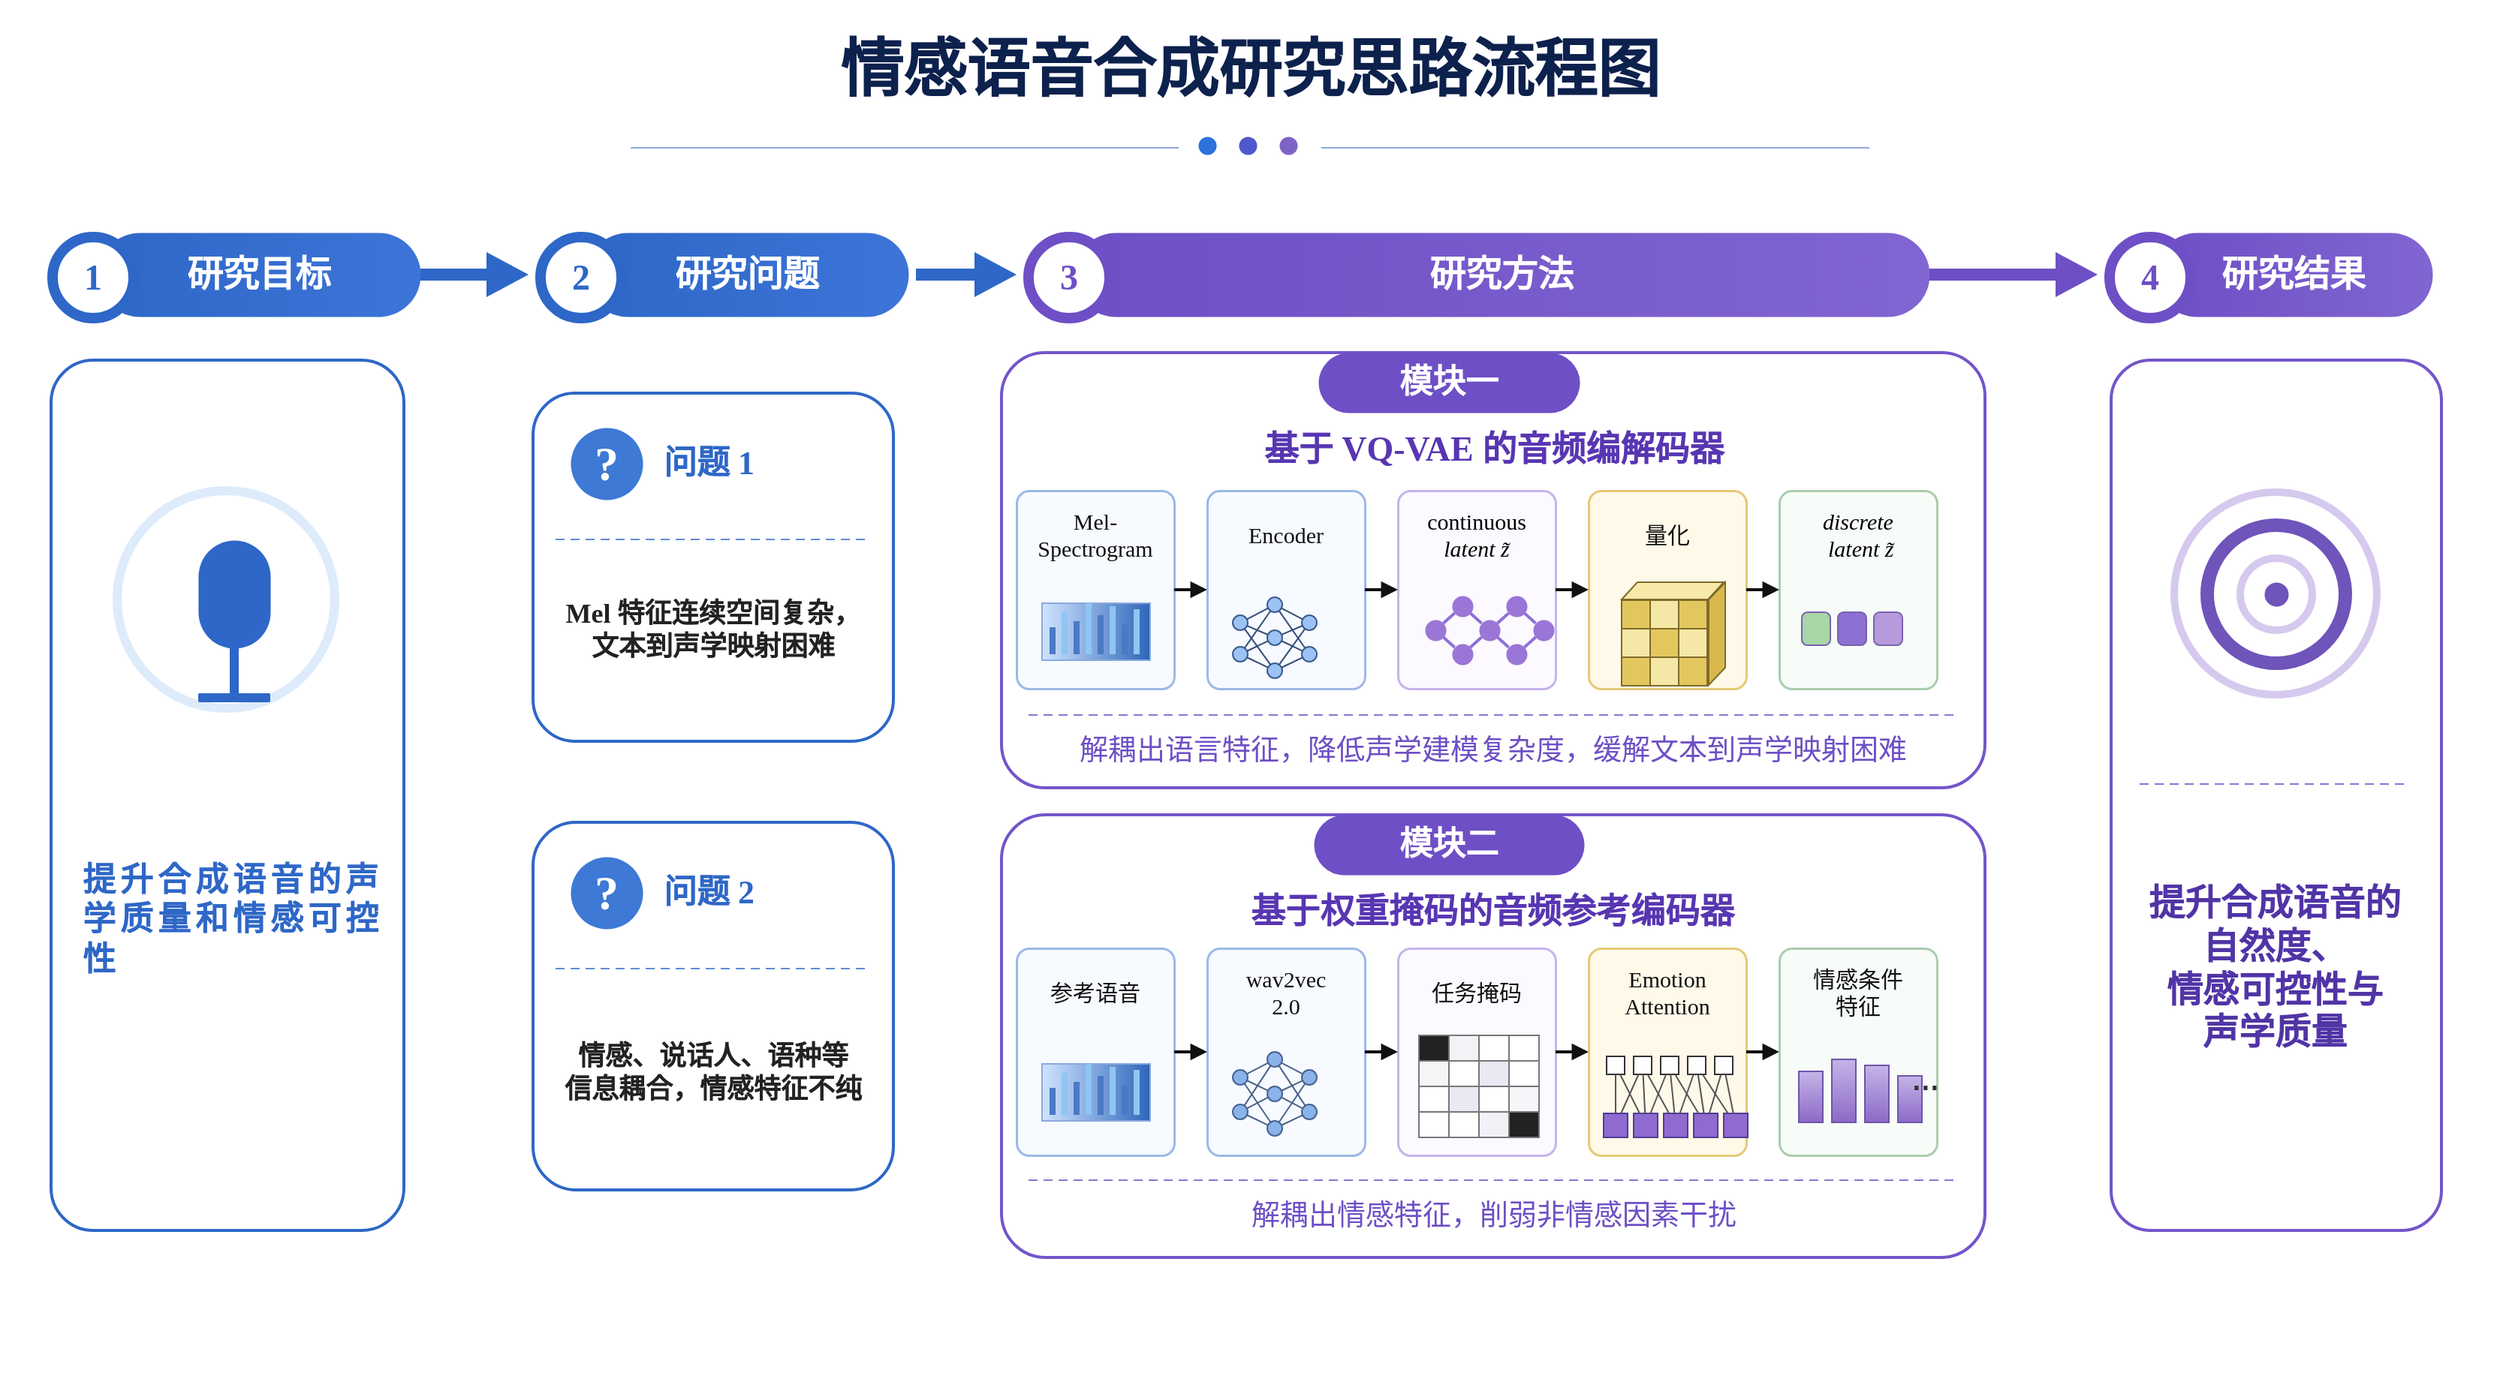
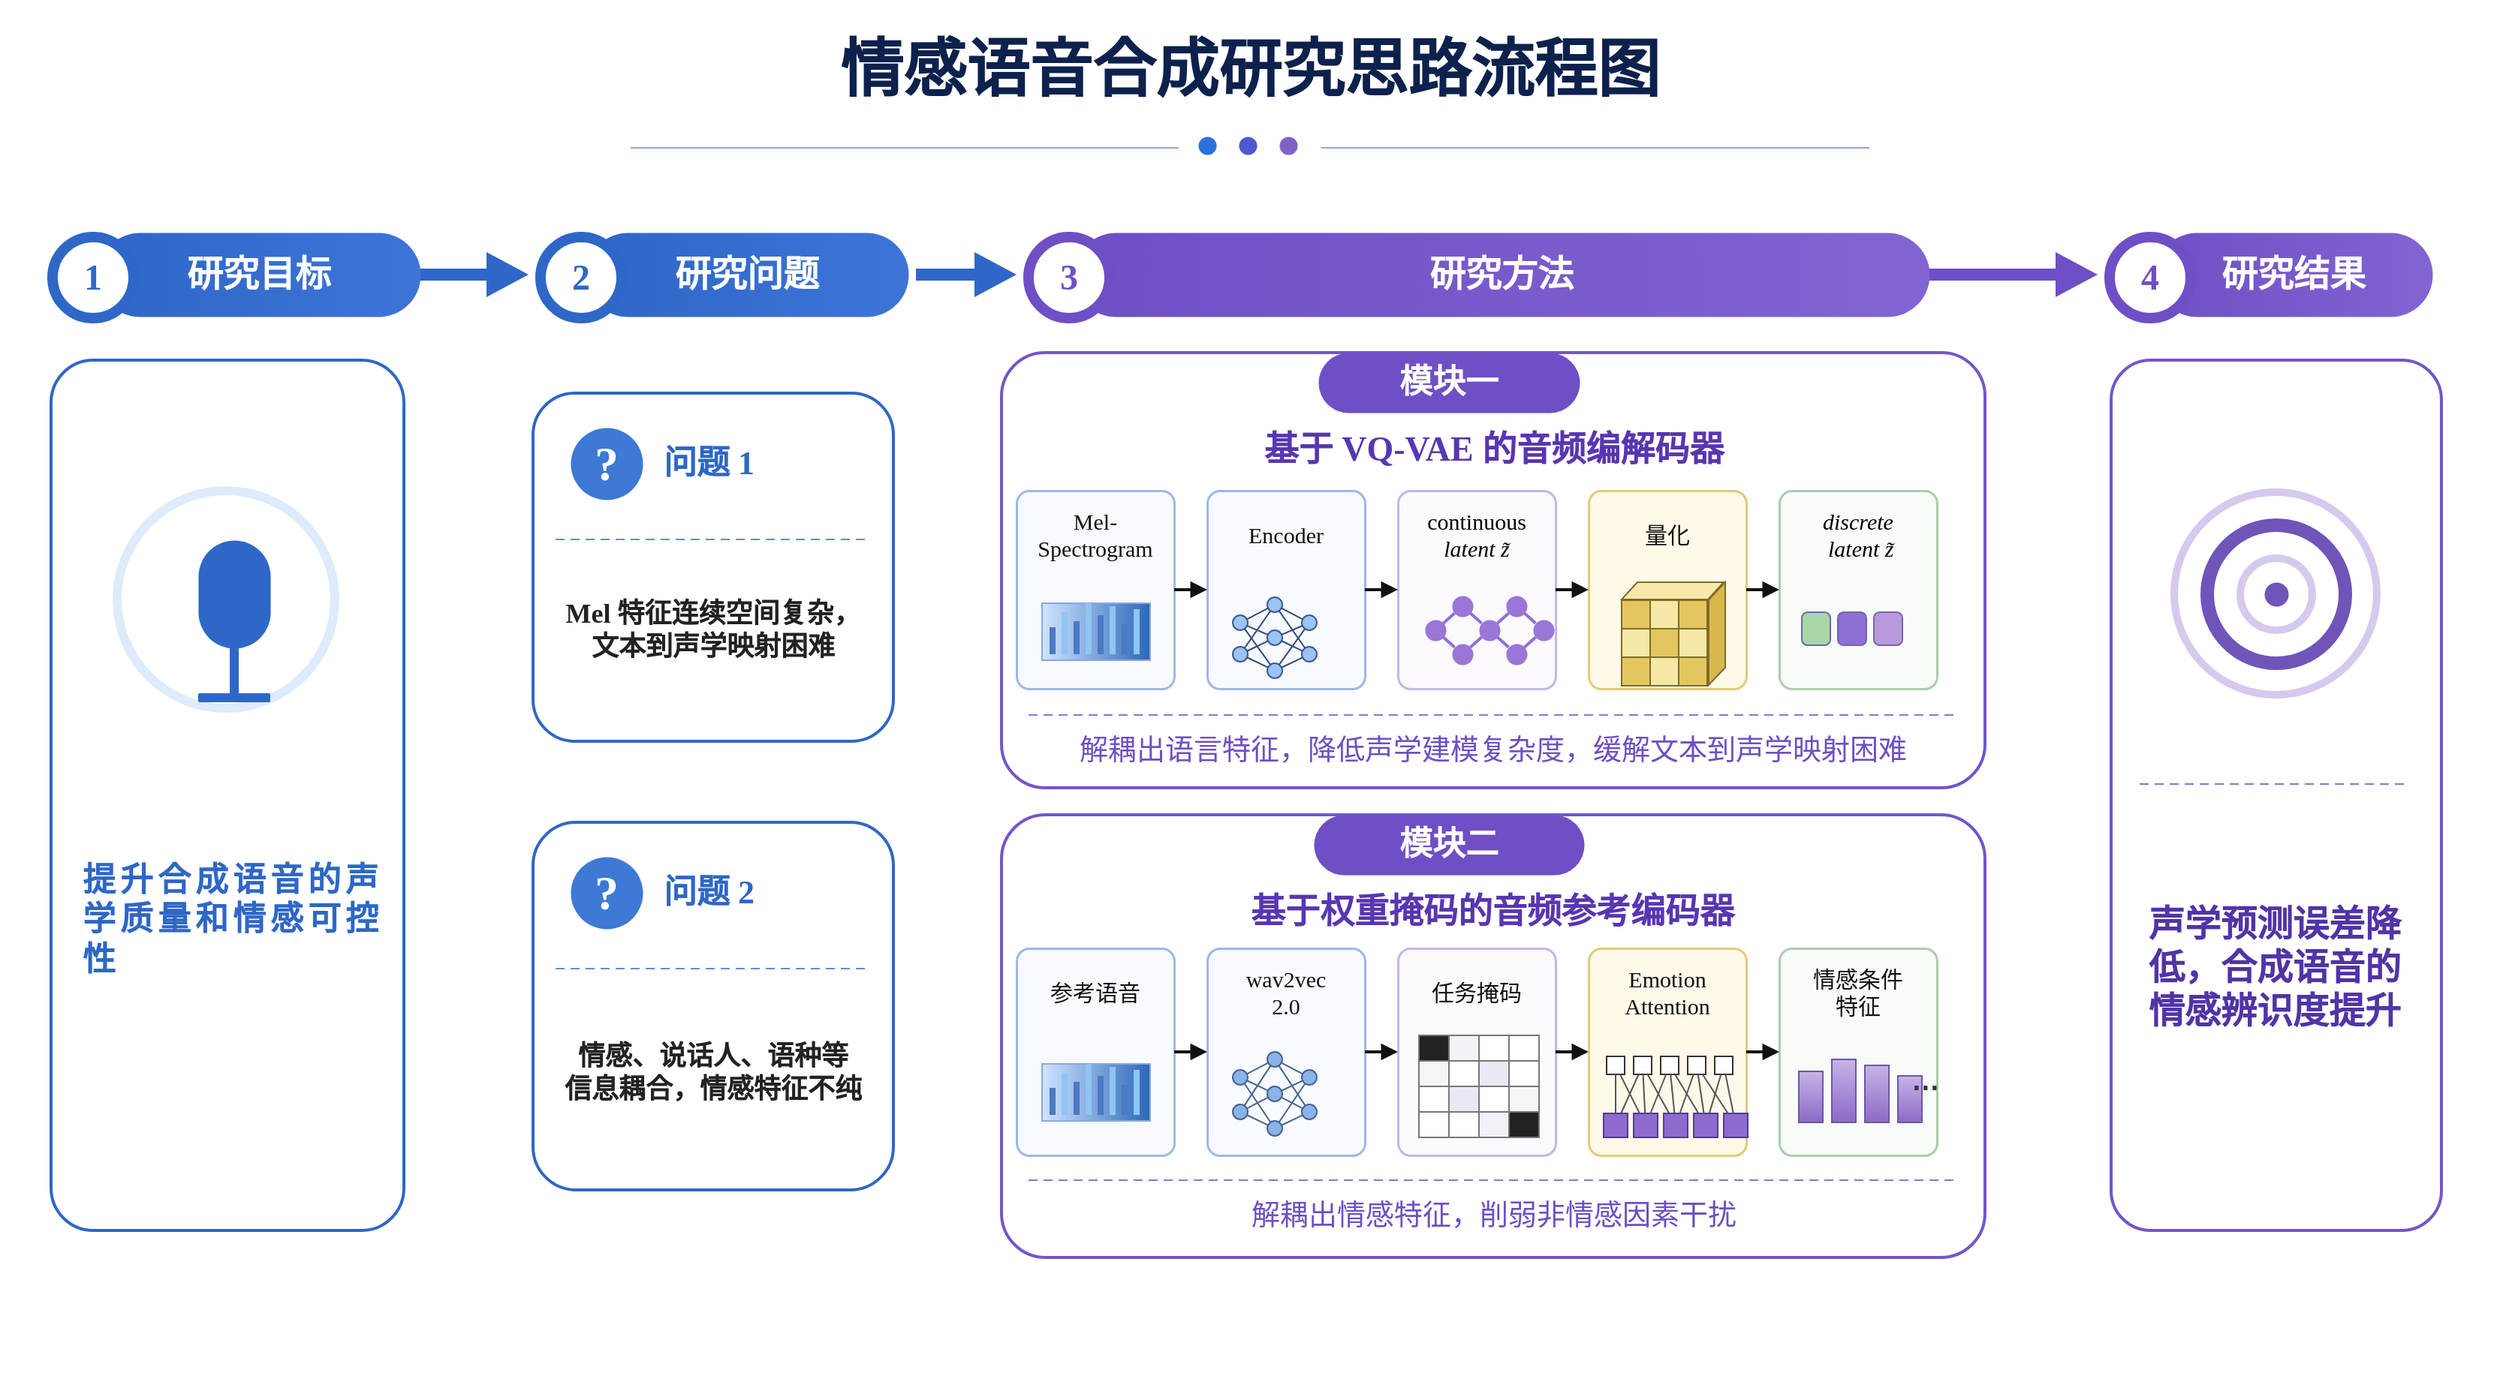
<mxfile host="app.diagrams.net">
  <diagram name="第 1 页" id="fVVEHDjkvuh4-jfM98xs">
    <mxGraphModel dx="1717" dy="1070" grid="1" gridSize="1" guides="1" tooltips="1" connect="1" arrows="1" fold="1" page="1" pageScale="1" pageWidth="1664" pageHeight="928" math="1" shadow="0">
      <root>
        <mxCell id="0" />
        <mxCell id="1" parent="0" />
        <mxCell id="v2" parent="1" style="shape=rect;fillColor=#FFFFFF;strokeColor=none;fontFamily=Comic Sans MS;" value="" vertex="1">
          <mxGeometry height="928" width="1664" as="geometry" />
        </mxCell>
        <mxCell id="v3" parent="1" style="text;html=1;whiteSpace=wrap;align=center;verticalAlign=middle;fontFamily=Comic Sans MS;fontSize=42;fontColor=#0D214D;fontStyle=1;spacing=0;" value="情感语音合成研究思路流程图" vertex="1">
          <mxGeometry height="58" width="885" x="390" y="18" as="geometry" />
        </mxCell>
        <mxCell id="v4" parent="1" style="shape=line;strokeColor=#90A8DA;strokeWidth=1;fontFamily=Comic Sans MS;" value="" vertex="1">
          <mxGeometry height="1" width="365" x="420" y="98" as="geometry" />
        </mxCell>
        <mxCell id="v5" parent="1" style="shape=line;strokeColor=#90A8DA;strokeWidth=1;fontFamily=Comic Sans MS;" value="" vertex="1">
          <mxGeometry height="1" width="365" x="880" y="98" as="geometry" />
        </mxCell>
        <mxCell id="v6" parent="1" style="ellipse;whiteSpace=wrap;html=1;fillColor=#2D71DD;strokeColor=#2D71DD;strokeWidth=0;fontFamily=Comic Sans MS;" value="" vertex="1">
          <mxGeometry height="12" width="12" x="798" y="91" as="geometry" />
        </mxCell>
        <mxCell id="v7" parent="1" style="ellipse;whiteSpace=wrap;html=1;fillColor=#4F58CD;strokeColor=#4F58CD;strokeWidth=0;fontFamily=Comic Sans MS;" value="" vertex="1">
          <mxGeometry height="12" width="12" x="825" y="91" as="geometry" />
        </mxCell>
        <mxCell id="v8" parent="1" style="ellipse;whiteSpace=wrap;html=1;fillColor=#7E63C7;strokeColor=#7E63C7;strokeWidth=0;fontFamily=Comic Sans MS;" value="" vertex="1">
          <mxGeometry height="12" width="12" x="852" y="91" as="geometry" />
        </mxCell>
        <mxCell id="v9" parent="1" style="rounded=1;arcSize=50;whiteSpace=wrap;html=1;fillColor=#2E67C7;strokeColor=none;strokeWidth=0;fontFamily=Comic Sans MS;gradientColor=#3D74D8;gradientDirection=east;fontSize=24;fontColor=#FFFFFF;fontStyle=1;align=center;verticalAlign=middle;" value="研究目标" vertex="1">
          <mxGeometry height="56" width="215" x="65" y="155" as="geometry" />
        </mxCell>
        <mxCell id="v10" parent="1" style="ellipse;whiteSpace=wrap;html=1;fillColor=#FFFFFF;strokeColor=#2E67C7;strokeWidth=7;fontFamily=Comic Sans MS;fontSize=24;fontColor=#2E67C7;fontStyle=1;align=center;verticalAlign=middle;" value="1" vertex="1">
          <mxGeometry height="54" width="54" x="35" y="158" as="geometry" />
        </mxCell>
        <mxCell id="v11" parent="1" style="rounded=1;arcSize=50;whiteSpace=wrap;html=1;fillColor=#2E67C7;strokeColor=none;strokeWidth=0;fontFamily=Comic Sans MS;gradientColor=#3D74D8;gradientDirection=east;fontSize=24;fontColor=#FFFFFF;fontStyle=1;align=center;verticalAlign=middle;" value="研究问题" vertex="1">
          <mxGeometry height="56" width="215" x="390" y="155" as="geometry" />
        </mxCell>
        <mxCell id="v12" parent="1" style="ellipse;whiteSpace=wrap;html=1;fillColor=#FFFFFF;strokeColor=#2E67C7;strokeWidth=7;fontFamily=Comic Sans MS;fontSize=24;fontColor=#2E67C7;fontStyle=1;align=center;verticalAlign=middle;" value="2" vertex="1">
          <mxGeometry height="54" width="54" x="360" y="158" as="geometry" />
        </mxCell>
        <mxCell id="v13" parent="1" style="rounded=1;arcSize=50;whiteSpace=wrap;html=1;fillColor=#6E4FC5;strokeColor=none;strokeWidth=0;fontFamily=Comic Sans MS;gradientColor=#8165D2;gradientDirection=east;fontSize=24;fontColor=#FFFFFF;fontStyle=1;align=center;verticalAlign=middle;" value="研究方法" vertex="1">
          <mxGeometry height="56" width="570" x="715" y="155" as="geometry" />
        </mxCell>
        <mxCell id="v14" parent="1" style="ellipse;whiteSpace=wrap;html=1;fillColor=#FFFFFF;strokeColor=#6E4FC5;strokeWidth=7;fontFamily=Comic Sans MS;fontSize=24;fontColor=#6E4FC5;fontStyle=1;align=center;verticalAlign=middle;" value="3" vertex="1">
          <mxGeometry height="54" width="54" x="685" y="158" as="geometry" />
        </mxCell>
        <mxCell id="v15" parent="1" style="rounded=1;arcSize=50;whiteSpace=wrap;html=1;fillColor=#6E4FC5;strokeColor=none;strokeWidth=0;fontFamily=Comic Sans MS;gradientColor=#8165D2;gradientDirection=east;fontSize=24;fontColor=#FFFFFF;fontStyle=1;align=center;verticalAlign=middle;" value="研究结果" vertex="1">
          <mxGeometry height="56" width="185" x="1435" y="155" as="geometry" />
        </mxCell>
        <mxCell id="v16" parent="1" style="ellipse;whiteSpace=wrap;html=1;fillColor=#FFFFFF;strokeColor=#6E4FC5;strokeWidth=7;fontFamily=Comic Sans MS;fontSize=24;fontColor=#6E4FC5;fontStyle=1;align=center;verticalAlign=middle;" value="4" vertex="1">
          <mxGeometry height="54" width="54" x="1405" y="158" as="geometry" />
        </mxCell>
        <mxCell id="v17" parent="1" style="shape=rect;fillColor=#2E67C7;strokeColor=none;fontFamily=Comic Sans MS;" value="" vertex="1">
          <mxGeometry height="8" width="52" x="280" y="179" as="geometry" />
        </mxCell>
        <mxCell id="v18" parent="1" style="shape=triangle;direction=east;fillColor=#2E67C7;strokeColor=none;fontFamily=Comic Sans MS;" value="" vertex="1">
          <mxGeometry height="30" width="28" x="324" y="168" as="geometry" />
        </mxCell>
        <mxCell id="v19" parent="1" style="shape=rect;fillColor=#2E67C7;strokeColor=none;fontFamily=Comic Sans MS;" value="" vertex="1">
          <mxGeometry height="8" width="47" x="610" y="179" as="geometry" />
        </mxCell>
        <mxCell id="v20" parent="1" style="shape=triangle;direction=east;fillColor=#2E67C7;strokeColor=none;fontFamily=Comic Sans MS;" value="" vertex="1">
          <mxGeometry height="30" width="28" x="649" y="168" as="geometry" />
        </mxCell>
        <mxCell id="v21" parent="1" style="shape=rect;fillColor=#6E4FC5;strokeColor=none;fontFamily=Comic Sans MS;" value="" vertex="1">
          <mxGeometry height="8" width="92" x="1285" y="179" as="geometry" />
        </mxCell>
        <mxCell id="v22" parent="1" style="shape=triangle;direction=east;fillColor=#6E4FC5;strokeColor=none;fontFamily=Comic Sans MS;" value="" vertex="1">
          <mxGeometry height="30" width="28" x="1369" y="168" as="geometry" />
        </mxCell>
        <mxCell id="v23" parent="1" style="rounded=1;arcSize=12;whiteSpace=wrap;html=1;fillColor=#FFFFFF;strokeColor=#2E67C7;strokeWidth=2;fontFamily=Comic Sans MS;" value="" vertex="1">
          <mxGeometry height="580" width="235" x="34" y="240" as="geometry" />
        </mxCell>
        <mxCell id="v24" parent="1" style="rounded=1;arcSize=12;whiteSpace=wrap;html=1;fillColor=#FFFFFF;strokeColor=#2E67C7;strokeWidth=2;fontFamily=Comic Sans MS;" value="" vertex="1">
          <mxGeometry height="232" width="240" x="355" y="262" as="geometry" />
        </mxCell>
        <mxCell id="v25" parent="1" style="rounded=1;arcSize=12;whiteSpace=wrap;html=1;fillColor=#FFFFFF;strokeColor=#2E67C7;strokeWidth=2;fontFamily=Comic Sans MS;" value="" vertex="1">
          <mxGeometry height="245" width="240" x="355" y="548" as="geometry" />
        </mxCell>
        <mxCell id="v26" parent="1" style="rounded=1;arcSize=10;whiteSpace=wrap;html=1;fillColor=#FFFFFF;strokeColor=#7355CA;strokeWidth=2;fontFamily=Comic Sans MS;" value="" vertex="1">
          <mxGeometry height="290" width="655" x="667" y="235" as="geometry" />
        </mxCell>
        <mxCell id="v27" parent="1" style="rounded=1;arcSize=10;whiteSpace=wrap;html=1;fillColor=#FFFFFF;strokeColor=#7355CA;strokeWidth=2;fontFamily=Comic Sans MS;" value="" vertex="1">
          <mxGeometry height="295" width="655" x="667" y="543" as="geometry" />
        </mxCell>
        <mxCell id="v28" parent="1" style="rounded=1;arcSize=12;whiteSpace=wrap;html=1;fillColor=#FFFFFF;strokeColor=#7355CA;strokeWidth=2;fontFamily=Comic Sans MS;" value="" vertex="1">
          <mxGeometry height="580" width="220" x="1406" y="240" as="geometry" />
        </mxCell>
        <mxCell id="v29" parent="1" style="ellipse;whiteSpace=wrap;html=1;fillColor=#FFFFFF;strokeColor=#DDEBFA;strokeWidth=6;fontFamily=Comic Sans MS;" value="" vertex="1">
          <mxGeometry height="145" width="145" x="78" y="327" as="geometry" />
        </mxCell>
        <mxCell id="v30" parent="1" style="rounded=1;arcSize=50;whiteSpace=wrap;html=1;fillColor=#2E67C7;strokeColor=#2E67C7;strokeWidth=0;fontFamily=Comic Sans MS;" value="" vertex="1">
          <mxGeometry height="72" width="48" x="132" y="360" as="geometry" />
        </mxCell>
        <mxCell id="v31" parent="1" style="shape=mxgraph.basic.arc;startAngle=180;endAngle=360;fillColor=none;strokeColor=#2E67C7;strokeWidth=5;fontFamily=Comic Sans MS;" value="" vertex="1">
          <mxGeometry height="58" width="70" x="121" y="388" as="geometry" />
        </mxCell>
        <mxCell id="v32" parent="1" style="shape=rect;fillColor=#2E67C7;strokeColor=none;fontFamily=Comic Sans MS;" value="" vertex="1">
          <mxGeometry height="34" width="6" x="153" y="431" as="geometry" />
        </mxCell>
        <mxCell id="v33" parent="1" style="shape=rect;fillColor=#2E67C7;strokeColor=none;rounded=1;fontFamily=Comic Sans MS;" value="" vertex="1">
          <mxGeometry height="6" width="48" x="132" y="462" as="geometry" />
        </mxCell>
        <mxCell id="v34" parent="1" style="shape=mxgraph.basic.arc;startAngle=90;endAngle=270;direction=west;fillColor=none;strokeColor=#2E67C7;strokeWidth=4;fontFamily=Comic Sans MS;" value="" vertex="1">
          <mxGeometry height="38" width="18" x="90" y="380" as="geometry" />
        </mxCell>
        <mxCell id="v35" parent="1" style="shape=mxgraph.basic.arc;startAngle=90;endAngle=270;direction=west;fillColor=none;strokeColor=#2E67C7;strokeWidth=4;fontFamily=Comic Sans MS;" value="" vertex="1">
          <mxGeometry height="54" width="28" x="82" y="372" as="geometry" />
        </mxCell>
        <mxCell id="v36" parent="1" style="shape=mxgraph.basic.arc;startAngle=90;endAngle=270;direction=east;fillColor=none;strokeColor=#2E67C7;strokeWidth=4;fontFamily=Comic Sans MS;" value="" vertex="1">
          <mxGeometry height="38" width="18" x="193" y="380" as="geometry" />
        </mxCell>
        <mxCell id="v37" parent="1" style="shape=mxgraph.basic.arc;startAngle=90;endAngle=270;direction=east;fillColor=none;strokeColor=#2E67C7;strokeWidth=4;fontFamily=Comic Sans MS;" value="" vertex="1">
          <mxGeometry height="54" width="28" x="192" y="372" as="geometry" />
        </mxCell>
        <mxCell id="v38" parent="1" style="text;html=1;whiteSpace=wrap;align=left;verticalAlign=middle;fontFamily=Comic Sans MS;fontSize=22;fontColor=#111111;fontStyle=0;spacing=0;" value="&lt;div style=&quot;text-align: justify;&quot;&gt;&lt;b style=&quot;background-color: transparent; color: light-dark(rgb(46, 103, 199), rgb(237, 237, 237));&quot;&gt;提升合成语音的声学质量和情感可控性&lt;/b&gt;&lt;/div&gt;" vertex="1">
          <mxGeometry height="225" width="195" x="55" y="500" as="geometry" />
        </mxCell>
        <mxCell id="v39" parent="1" style="ellipse;whiteSpace=wrap;html=1;fillColor=#3D79D5;strokeColor=#3D79D5;strokeWidth=0;fontFamily=Comic Sans MS;fontSize=32;fontColor=#FFFFFF;fontStyle=1;align=center;verticalAlign=middle;" value="?" vertex="1">
          <mxGeometry height="48" width="48" x="380" y="285" as="geometry" />
        </mxCell>
        <mxCell id="v40" parent="1" style="text;html=1;whiteSpace=wrap;align=left;verticalAlign=middle;fontFamily=Comic Sans MS;fontSize=22;fontColor=#2E67C7;fontStyle=1;spacing=0;" value="问题 1" vertex="1">
          <mxGeometry height="44" width="120" x="442" y="287" as="geometry" />
        </mxCell>
        <mxCell id="v41" parent="1" style="shape=line;strokeColor=#5F8DD6;strokeWidth=1;dashed=1;dashPattern=6 4;fontFamily=Comic Sans MS;" value="" vertex="1">
          <mxGeometry height="1" width="210" x="370" y="359" as="geometry" />
        </mxCell>
        <mxCell id="v42" parent="1" style="ellipse;whiteSpace=wrap;html=1;fillColor=#3D79D5;strokeColor=#3D79D5;strokeWidth=0;fontFamily=Comic Sans MS;fontSize=32;fontColor=#FFFFFF;fontStyle=1;align=center;verticalAlign=middle;" value="?" vertex="1">
          <mxGeometry height="48" width="48" x="380" y="571" as="geometry" />
        </mxCell>
        <mxCell id="v43" parent="1" style="text;html=1;whiteSpace=wrap;align=left;verticalAlign=middle;fontFamily=Comic Sans MS;fontSize=22;fontColor=#2E67C7;fontStyle=1;spacing=0;" value="问题 2" vertex="1">
          <mxGeometry height="44" width="120" x="442" y="573" as="geometry" />
        </mxCell>
        <mxCell id="v44" parent="1" style="shape=line;strokeColor=#5F8DD6;strokeWidth=1;dashed=1;dashPattern=6 4;fontFamily=Comic Sans MS;" value="" vertex="1">
          <mxGeometry height="1" width="210" x="370" y="645" as="geometry" />
        </mxCell>
        <mxCell id="v45" parent="1" style="text;html=1;whiteSpace=wrap;align=center;verticalAlign=middle;fontFamily=Comic Sans MS;fontSize=18;fontColor=#222222;fontStyle=0;spacing=0;" value="&lt;b&gt;Mel 特征连续空间复杂，&lt;br&gt;文本到声学映射困难&lt;/b&gt;" vertex="1">
          <mxGeometry height="110" width="210" x="370" y="365" as="geometry" />
        </mxCell>
        <mxCell id="v46" parent="1" style="text;html=1;whiteSpace=wrap;align=center;verticalAlign=middle;fontFamily=Comic Sans MS;fontSize=18;fontColor=#222222;fontStyle=0;spacing=0;" value="&lt;b&gt;情感、说话人、语种等&lt;br&gt;信息耦合，情感特征不纯&lt;/b&gt;" vertex="1">
          <mxGeometry height="115" width="210" x="370" y="657" as="geometry" />
        </mxCell>
        <mxCell id="e47" edge="1" parent="1" style="edgeStyle=orthogonalEdgeStyle;rounded=0;html=1;strokeColor=#3B72CA;strokeWidth=3;dashed=1;dashPattern=6 4;endArrow=block;endFill=1;" value="">
          <mxGeometry relative="1" as="geometry">
            <Array as="points">
              <mxPoint x="278" y="510" />
              <mxPoint x="310" y="510" />
              <mxPoint x="310" y="378" />
              <mxPoint x="350" y="378" />
            </Array>
          </mxGeometry>
        </mxCell>
        <mxCell id="e48" edge="1" parent="1" style="edgeStyle=orthogonalEdgeStyle;rounded=0;html=1;strokeColor=#3B72CA;strokeWidth=3;dashed=1;dashPattern=6 4;endArrow=block;endFill=1;" value="">
          <mxGeometry relative="1" as="geometry">
            <Array as="points">
              <mxPoint x="278" y="510" />
              <mxPoint x="310" y="510" />
              <mxPoint x="310" y="670" />
              <mxPoint x="350" y="670" />
            </Array>
          </mxGeometry>
        </mxCell>
        <mxCell id="e49" edge="1" parent="1" style="edgeStyle=orthogonalEdgeStyle;rounded=0;html=1;strokeColor=#6E4FC5;strokeWidth=3;dashed=1;dashPattern=6 4;endArrow=block;endFill=1;" value="">
          <mxGeometry relative="1" as="geometry">
            <Array as="points">
              <mxPoint x="595" y="378" />
              <mxPoint x="625" y="378" />
              <mxPoint x="625" y="356" />
              <mxPoint x="665" y="356" />
            </Array>
          </mxGeometry>
        </mxCell>
        <mxCell id="e50" edge="1" parent="1" style="edgeStyle=orthogonalEdgeStyle;rounded=0;html=1;strokeColor=#6E4FC5;strokeWidth=3;dashed=1;dashPattern=6 4;endArrow=block;endFill=1;" value="">
          <mxGeometry relative="1" as="geometry">
            <Array as="points">
              <mxPoint x="595" y="670" />
              <mxPoint x="625" y="670" />
              <mxPoint x="625" y="695" />
              <mxPoint x="665" y="695" />
            </Array>
          </mxGeometry>
        </mxCell>
        <mxCell id="v51" parent="1" style="rounded=1;arcSize=50;whiteSpace=wrap;html=1;fillColor=#6E4FC5;strokeColor=#6E4FC5;strokeWidth=0;fontFamily=Comic Sans MS;fontSize=22;fontColor=#FFFFFF;fontStyle=1;align=center;verticalAlign=middle;" value="模块一" vertex="1">
          <mxGeometry height="40" width="174" x="878" y="235" as="geometry" />
        </mxCell>
        <mxCell id="v52" parent="1" style="rounded=1;arcSize=50;whiteSpace=wrap;html=1;fillColor=#6E4FC5;strokeColor=#6E4FC5;strokeWidth=0;fontFamily=Comic Sans MS;fontSize=22;fontColor=#FFFFFF;fontStyle=1;align=center;verticalAlign=middle;" value="模块二" vertex="1">
          <mxGeometry height="40" width="180" x="875" y="543" as="geometry" />
        </mxCell>
        <mxCell id="v53" parent="1" style="text;html=1;whiteSpace=wrap;align=center;verticalAlign=middle;fontFamily=Comic Sans MS;fontSize=23;fontColor=#5836B2;fontStyle=1;spacing=0;" value="基于 VQ-VAE 的音频编解码器" vertex="1">
          <mxGeometry height="38" width="520" x="735" y="280" as="geometry" />
        </mxCell>
        <mxCell id="v54" parent="1" style="text;html=1;whiteSpace=wrap;align=center;verticalAlign=middle;fontFamily=Comic Sans MS;fontSize=23;fontColor=#5836B2;fontStyle=1;spacing=0;" value="基于权重掩码的音频参考编码器" vertex="1">
          <mxGeometry height="38" width="580" x="704" y="588" as="geometry" />
        </mxCell>
        <mxCell id="v55" parent="1" style="rounded=1;arcSize=8;whiteSpace=wrap;html=1;fillColor=#F7FAFF;strokeColor=#9DB8E7;strokeWidth=1.5;fontFamily=Comic Sans MS;" value="" vertex="1">
          <mxGeometry height="132" width="105" x="677" y="327" as="geometry" />
        </mxCell>
        <mxCell id="v56" parent="1" style="text;html=1;whiteSpace=wrap;align=center;verticalAlign=middle;fontFamily=Comic Sans MS;fontSize=15;fontColor=#111111;fontStyle=0;spacing=0;" value="Mel-&lt;br&gt;Spectrogram" vertex="1">
          <mxGeometry height="42" width="95" x="682" y="335" as="geometry" />
        </mxCell>
        <mxCell id="v57" parent="1" style="rounded=1;arcSize=8;whiteSpace=wrap;html=1;fillColor=#F7FAFF;strokeColor=#9DB8E7;strokeWidth=1.5;fontFamily=Comic Sans MS;" value="" vertex="1">
          <mxGeometry height="132" width="105" x="804" y="327" as="geometry" />
        </mxCell>
        <mxCell id="v58" parent="1" style="text;html=1;whiteSpace=wrap;align=center;verticalAlign=middle;fontFamily=Comic Sans MS;fontSize=15;fontColor=#111111;fontStyle=0;spacing=0;" value="Encoder" vertex="1">
          <mxGeometry height="42" width="95" x="809" y="335" as="geometry" />
        </mxCell>
        <mxCell id="v59" parent="1" style="rounded=1;arcSize=8;whiteSpace=wrap;html=1;fillColor=#FCF9FF;strokeColor=#C5B4EC;strokeWidth=1.5;fontFamily=Comic Sans MS;" value="" vertex="1">
          <mxGeometry height="132" width="105" x="931" y="327" as="geometry" />
        </mxCell>
        <mxCell id="v60" parent="1" style="text;html=1;whiteSpace=wrap;align=center;verticalAlign=middle;fontFamily=Comic Sans MS;fontSize=15;fontColor=#111111;fontStyle=0;spacing=0;" value="&lt;font&gt;&lt;span style=&quot;text-align: left; white-space: nowrap; color: rgb(0, 0, 0);&quot;&gt;continuous&lt;/span&gt;&lt;/font&gt;&lt;div&gt;&lt;font&gt;&lt;i style=&quot;text-align: left; white-space: nowrap; color: rgb(0, 0, 0);&quot;&gt; latent &lt;span&gt;z̃&lt;/span&gt;&lt;/i&gt;&lt;/font&gt;&lt;/div&gt;" vertex="1">
          <mxGeometry height="42" width="95" x="936" y="335" as="geometry" />
        </mxCell>
        <mxCell id="v61" parent="1" style="rounded=1;arcSize=8;whiteSpace=wrap;html=1;fillColor=#FFF9E9;strokeColor=#E5C976;strokeWidth=1.5;fontFamily=Comic Sans MS;" value="" vertex="1">
          <mxGeometry height="132" width="105" x="1058" y="327" as="geometry" />
        </mxCell>
        <mxCell id="v62" parent="1" style="text;html=1;whiteSpace=wrap;align=center;verticalAlign=middle;fontFamily=Comic Sans MS;fontSize=15;fontColor=#111111;fontStyle=0;spacing=0;" value="量化" vertex="1">
          <mxGeometry height="42" width="95" x="1063" y="335" as="geometry" />
        </mxCell>
        <mxCell id="v63" parent="1" style="rounded=1;arcSize=8;whiteSpace=wrap;html=1;fillColor=#F7FCF8;strokeColor=#AACDAE;strokeWidth=1.5;fontFamily=Comic Sans MS;" value="" vertex="1">
          <mxGeometry height="132" width="105" x="1185" y="327" as="geometry" />
        </mxCell>
        <mxCell id="v64" parent="1" style="text;html=1;whiteSpace=wrap;align=center;verticalAlign=middle;fontFamily=Comic Sans MS;fontSize=15;fontColor=#111111;fontStyle=0;spacing=0;" value="&lt;i style=&quot;text-align: left; white-space: nowrap;&quot;&gt;&lt;font style=&quot;color: rgb(0, 0, 0);&quot;&gt;discrete&lt;/font&gt;&lt;/i&gt;&lt;div&gt;&lt;i style=&quot;text-align: left; white-space: nowrap;&quot;&gt;&lt;font style=&quot;color: rgb(0, 0, 0);&quot;&gt;&amp;nbsp;latent &lt;span&gt;z̃&lt;/span&gt;&lt;/font&gt;&lt;/i&gt;&lt;/div&gt;" vertex="1">
          <mxGeometry height="42" width="95" x="1190" y="335" as="geometry" />
        </mxCell>
        <mxCell id="e65" edge="1" parent="1" source="v55" style="edgeStyle=orthogonalEdgeStyle;rounded=0;html=1;strokeColor=#111111;strokeWidth=2;endArrow=block;endFill=1;fontFamily=Comic Sans MS;" target="v57" value="">
          <mxGeometry relative="1" as="geometry" />
        </mxCell>
        <mxCell id="e66" edge="1" parent="1" source="v57" style="edgeStyle=orthogonalEdgeStyle;rounded=0;html=1;strokeColor=#111111;strokeWidth=2;endArrow=block;endFill=1;fontFamily=Comic Sans MS;" target="v59" value="">
          <mxGeometry relative="1" as="geometry" />
        </mxCell>
        <mxCell id="e67" edge="1" parent="1" source="v59" style="edgeStyle=orthogonalEdgeStyle;rounded=0;html=1;strokeColor=#111111;strokeWidth=2;endArrow=block;endFill=1;fontFamily=Comic Sans MS;" target="v61" value="">
          <mxGeometry relative="1" as="geometry" />
        </mxCell>
        <mxCell id="e68" edge="1" parent="1" source="v61" style="edgeStyle=orthogonalEdgeStyle;rounded=0;html=1;strokeColor=#111111;strokeWidth=2;endArrow=block;endFill=1;fontFamily=Comic Sans MS;" target="v63" value="">
          <mxGeometry relative="1" as="geometry" />
        </mxCell>
        <mxCell id="v78" parent="1" style="ellipse;whiteSpace=wrap;html=1;fillColor=#9DC3F4;strokeColor=#3B5C91;strokeWidth=1;fontFamily=Comic Sans MS;" value="" vertex="1">
          <mxGeometry height="10" width="10" x="821" y="410" as="geometry" />
        </mxCell>
        <mxCell id="v79" parent="1" style="ellipse;whiteSpace=wrap;html=1;fillColor=#9DC3F4;strokeColor=#3B5C91;strokeWidth=1;fontFamily=Comic Sans MS;" value="" vertex="1">
          <mxGeometry height="10" width="10" x="821" y="431" as="geometry" />
        </mxCell>
        <mxCell id="v80" parent="1" style="ellipse;whiteSpace=wrap;html=1;fillColor=#9DC3F4;strokeColor=#3B5C91;strokeWidth=1;fontFamily=Comic Sans MS;" value="" vertex="1">
          <mxGeometry height="10" width="10" x="844" y="398" as="geometry" />
        </mxCell>
        <mxCell id="v81" parent="1" style="ellipse;whiteSpace=wrap;html=1;fillColor=#9DC3F4;strokeColor=#3B5C91;strokeWidth=1;fontFamily=Comic Sans MS;" value="" vertex="1">
          <mxGeometry height="10" width="10" x="844" y="420" as="geometry" />
        </mxCell>
        <mxCell id="v82" parent="1" style="ellipse;whiteSpace=wrap;html=1;fillColor=#9DC3F4;strokeColor=#3B5C91;strokeWidth=1;fontFamily=Comic Sans MS;" value="" vertex="1">
          <mxGeometry height="10" width="10" x="844" y="442" as="geometry" />
        </mxCell>
        <mxCell id="v83" parent="1" style="ellipse;whiteSpace=wrap;html=1;fillColor=#9DC3F4;strokeColor=#3B5C91;strokeWidth=1;fontFamily=Comic Sans MS;" value="" vertex="1">
          <mxGeometry height="10" width="10" x="867" y="410" as="geometry" />
        </mxCell>
        <mxCell id="v84" parent="1" style="ellipse;whiteSpace=wrap;html=1;fillColor=#9DC3F4;strokeColor=#3B5C91;strokeWidth=1;fontFamily=Comic Sans MS;" value="" vertex="1">
          <mxGeometry height="10" width="10" x="867" y="431" as="geometry" />
        </mxCell>
        <mxCell id="e85" edge="1" parent="1" source="v78" style="edgeStyle=none;html=1;strokeColor=#344D78;strokeWidth=1;endArrow=none;fontFamily=Comic Sans MS;" target="v80" value="">
          <mxGeometry relative="1" as="geometry" />
        </mxCell>
        <mxCell id="e86" edge="1" parent="1" source="v78" style="edgeStyle=none;html=1;strokeColor=#344D78;strokeWidth=1;endArrow=none;fontFamily=Comic Sans MS;" target="v81" value="">
          <mxGeometry relative="1" as="geometry" />
        </mxCell>
        <mxCell id="e87" edge="1" parent="1" source="v78" style="edgeStyle=none;html=1;strokeColor=#344D78;strokeWidth=1;endArrow=none;fontFamily=Comic Sans MS;" target="v82" value="">
          <mxGeometry relative="1" as="geometry" />
        </mxCell>
        <mxCell id="e88" edge="1" parent="1" source="v79" style="edgeStyle=none;html=1;strokeColor=#344D78;strokeWidth=1;endArrow=none;fontFamily=Comic Sans MS;" target="v80" value="">
          <mxGeometry relative="1" as="geometry" />
        </mxCell>
        <mxCell id="e89" edge="1" parent="1" source="v79" style="edgeStyle=none;html=1;strokeColor=#344D78;strokeWidth=1;endArrow=none;fontFamily=Comic Sans MS;" target="v81" value="">
          <mxGeometry relative="1" as="geometry" />
        </mxCell>
        <mxCell id="e90" edge="1" parent="1" source="v79" style="edgeStyle=none;html=1;strokeColor=#344D78;strokeWidth=1;endArrow=none;fontFamily=Comic Sans MS;" target="v82" value="">
          <mxGeometry relative="1" as="geometry" />
        </mxCell>
        <mxCell id="e91" edge="1" parent="1" source="v80" style="edgeStyle=none;html=1;strokeColor=#344D78;strokeWidth=1;endArrow=none;fontFamily=Comic Sans MS;" target="v83" value="">
          <mxGeometry relative="1" as="geometry" />
        </mxCell>
        <mxCell id="e92" edge="1" parent="1" source="v80" style="edgeStyle=none;html=1;strokeColor=#344D78;strokeWidth=1;endArrow=none;fontFamily=Comic Sans MS;" target="v84" value="">
          <mxGeometry relative="1" as="geometry" />
        </mxCell>
        <mxCell id="e93" edge="1" parent="1" source="v81" style="edgeStyle=none;html=1;strokeColor=#344D78;strokeWidth=1;endArrow=none;fontFamily=Comic Sans MS;" target="v83" value="">
          <mxGeometry relative="1" as="geometry" />
        </mxCell>
        <mxCell id="e94" edge="1" parent="1" source="v81" style="edgeStyle=none;html=1;strokeColor=#344D78;strokeWidth=1;endArrow=none;fontFamily=Comic Sans MS;" target="v84" value="">
          <mxGeometry relative="1" as="geometry" />
        </mxCell>
        <mxCell id="e95" edge="1" parent="1" source="v82" style="edgeStyle=none;html=1;strokeColor=#344D78;strokeWidth=1;endArrow=none;fontFamily=Comic Sans MS;" target="v83" value="">
          <mxGeometry relative="1" as="geometry" />
        </mxCell>
        <mxCell id="e96" edge="1" parent="1" source="v82" style="edgeStyle=none;html=1;strokeColor=#344D78;strokeWidth=1;endArrow=none;fontFamily=Comic Sans MS;" target="v84" value="">
          <mxGeometry relative="1" as="geometry" />
        </mxCell>
        <mxCell id="v97" parent="1" style="ellipse;whiteSpace=wrap;html=1;fillColor=#9A76D6;strokeColor=#9A76D6;strokeWidth=0;fontFamily=Comic Sans MS;" value="" vertex="1">
          <mxGeometry height="14" width="14" x="949" y="413" as="geometry" />
        </mxCell>
        <mxCell id="v98" parent="1" style="ellipse;whiteSpace=wrap;html=1;fillColor=#9A76D6;strokeColor=#9A76D6;strokeWidth=0;fontFamily=Comic Sans MS;" value="" vertex="1">
          <mxGeometry height="14" width="14" x="967" y="397" as="geometry" />
        </mxCell>
        <mxCell id="v99" parent="1" style="ellipse;whiteSpace=wrap;html=1;fillColor=#9A76D6;strokeColor=#9A76D6;strokeWidth=0;fontFamily=Comic Sans MS;" value="" vertex="1">
          <mxGeometry height="14" width="14" x="967" y="429" as="geometry" />
        </mxCell>
        <mxCell id="v100" parent="1" style="ellipse;whiteSpace=wrap;html=1;fillColor=#9A76D6;strokeColor=#9A76D6;strokeWidth=0;fontFamily=Comic Sans MS;" value="" vertex="1">
          <mxGeometry height="14" width="14" x="985" y="413" as="geometry" />
        </mxCell>
        <mxCell id="v101" parent="1" style="ellipse;whiteSpace=wrap;html=1;fillColor=#9A76D6;strokeColor=#9A76D6;strokeWidth=0;fontFamily=Comic Sans MS;" value="" vertex="1">
          <mxGeometry height="14" width="14" x="1003" y="397" as="geometry" />
        </mxCell>
        <mxCell id="v102" parent="1" style="ellipse;whiteSpace=wrap;html=1;fillColor=#9A76D6;strokeColor=#9A76D6;strokeWidth=0;fontFamily=Comic Sans MS;" value="" vertex="1">
          <mxGeometry height="14" width="14" x="1003" y="429" as="geometry" />
        </mxCell>
        <mxCell id="v103" parent="1" style="ellipse;whiteSpace=wrap;html=1;fillColor=#9A76D6;strokeColor=#9A76D6;strokeWidth=0;fontFamily=Comic Sans MS;" value="" vertex="1">
          <mxGeometry height="14" width="14" x="1021" y="413" as="geometry" />
        </mxCell>
        <mxCell id="e104" edge="1" parent="1" source="v97" style="edgeStyle=none;html=1;strokeColor=#8C71D7;strokeWidth=2;endArrow=none;fontFamily=Comic Sans MS;" target="v98" value="">
          <mxGeometry relative="1" as="geometry" />
        </mxCell>
        <mxCell id="e105" edge="1" parent="1" source="v97" style="edgeStyle=none;html=1;strokeColor=#8C71D7;strokeWidth=2;endArrow=none;fontFamily=Comic Sans MS;" target="v99" value="">
          <mxGeometry relative="1" as="geometry" />
        </mxCell>
        <mxCell id="e106" edge="1" parent="1" source="v98" style="edgeStyle=none;html=1;strokeColor=#8C71D7;strokeWidth=2;endArrow=none;fontFamily=Comic Sans MS;" target="v100" value="">
          <mxGeometry relative="1" as="geometry" />
        </mxCell>
        <mxCell id="e107" edge="1" parent="1" source="v99" style="edgeStyle=none;html=1;strokeColor=#8C71D7;strokeWidth=2;endArrow=none;fontFamily=Comic Sans MS;" target="v100" value="">
          <mxGeometry relative="1" as="geometry" />
        </mxCell>
        <mxCell id="e108" edge="1" parent="1" source="v100" style="edgeStyle=none;html=1;strokeColor=#8C71D7;strokeWidth=2;endArrow=none;fontFamily=Comic Sans MS;" target="v101" value="">
          <mxGeometry relative="1" as="geometry" />
        </mxCell>
        <mxCell id="e109" edge="1" parent="1" source="v100" style="edgeStyle=none;html=1;strokeColor=#8C71D7;strokeWidth=2;endArrow=none;fontFamily=Comic Sans MS;" target="v102" value="">
          <mxGeometry relative="1" as="geometry" />
        </mxCell>
        <mxCell id="e110" edge="1" parent="1" source="v101" style="edgeStyle=none;html=1;strokeColor=#8C71D7;strokeWidth=2;endArrow=none;fontFamily=Comic Sans MS;" target="v103" value="">
          <mxGeometry relative="1" as="geometry" />
        </mxCell>
        <mxCell id="e111" edge="1" parent="1" source="v102" style="edgeStyle=none;html=1;strokeColor=#8C71D7;strokeWidth=2;endArrow=none;fontFamily=Comic Sans MS;" target="v103" value="">
          <mxGeometry relative="1" as="geometry" />
        </mxCell>
        <mxCell id="v112" parent="1" style="shape=rect;fillColor=#E3C75E;strokeColor=#806B2A;strokeWidth=1;fontFamily=Comic Sans MS;" value="" vertex="1">
          <mxGeometry height="19" width="19" x="1080" y="400" as="geometry" />
        </mxCell>
        <mxCell id="v113" parent="1" style="shape=rect;fillColor=#F5E8A6;strokeColor=#806B2A;strokeWidth=1;fontFamily=Comic Sans MS;" value="" vertex="1">
          <mxGeometry height="19" width="19" x="1099" y="400" as="geometry" />
        </mxCell>
        <mxCell id="v114" parent="1" style="shape=rect;fillColor=#E3C75E;strokeColor=#806B2A;strokeWidth=1;fontFamily=Comic Sans MS;" value="" vertex="1">
          <mxGeometry height="19" width="19" x="1118" y="400" as="geometry" />
        </mxCell>
        <mxCell id="v115" parent="1" style="shape=rect;fillColor=#F5E8A6;strokeColor=#806B2A;strokeWidth=1;fontFamily=Comic Sans MS;" value="" vertex="1">
          <mxGeometry height="19" width="19" x="1080" y="419" as="geometry" />
        </mxCell>
        <mxCell id="v116" parent="1" style="shape=rect;fillColor=#E3C75E;strokeColor=#806B2A;strokeWidth=1;fontFamily=Comic Sans MS;" value="" vertex="1">
          <mxGeometry height="19" width="19" x="1099" y="419" as="geometry" />
        </mxCell>
        <mxCell id="v117" parent="1" style="shape=rect;fillColor=#F5E8A6;strokeColor=#806B2A;strokeWidth=1;fontFamily=Comic Sans MS;" value="" vertex="1">
          <mxGeometry height="19" width="19" x="1118" y="419" as="geometry" />
        </mxCell>
        <mxCell id="v118" parent="1" style="shape=rect;fillColor=#E3C75E;strokeColor=#806B2A;strokeWidth=1;fontFamily=Comic Sans MS;" value="" vertex="1">
          <mxGeometry height="19" width="19" x="1080" y="438" as="geometry" />
        </mxCell>
        <mxCell id="v119" parent="1" style="shape=rect;fillColor=#F5E8A6;strokeColor=#806B2A;strokeWidth=1;fontFamily=Comic Sans MS;" value="" vertex="1">
          <mxGeometry height="19" width="19" x="1099" y="438" as="geometry" />
        </mxCell>
        <mxCell id="v120" parent="1" style="shape=rect;fillColor=#E3C75E;strokeColor=#806B2A;strokeWidth=1;fontFamily=Comic Sans MS;" value="" vertex="1">
          <mxGeometry height="19" width="19" x="1118" y="438" as="geometry" />
        </mxCell>
        <mxCell id="v121" parent="1" style="shape=parallelogram;fillColor=#F6E9A9;strokeColor=#806B2A;strokeWidth=1;fontFamily=Comic Sans MS;size=0.15441176470588236;" value="" vertex="1">
          <mxGeometry height="11.5" width="68" x="1080" y="388" as="geometry" />
        </mxCell>
        <mxCell id="v122" parent="1" style="shape=parallelogram;direction=south;fillColor=#D9B94D;strokeColor=#806B2A;strokeWidth=1;fontFamily=Comic Sans MS;flipV=1;legacyAnchorPoints=0;size=0.16970802919708028;" value="" vertex="1">
          <mxGeometry height="68.5" width="11" x="1138" y="388" as="geometry" />
        </mxCell>
        <mxCell id="v123" parent="1" style="rounded=1;arcSize=20;whiteSpace=wrap;html=1;fillColor=#A9D6A6;strokeColor=#7762B0;strokeWidth=1;fontFamily=Comic Sans MS;" value="" vertex="1">
          <mxGeometry height="22" width="19" x="1200" y="408" as="geometry" />
        </mxCell>
        <mxCell id="v124" parent="1" style="rounded=1;arcSize=20;whiteSpace=wrap;html=1;fillColor=#8D70D2;strokeColor=#7762B0;strokeWidth=1;fontFamily=Comic Sans MS;" value="" vertex="1">
          <mxGeometry height="22" width="19" x="1224" y="408" as="geometry" />
        </mxCell>
        <mxCell id="v125" parent="1" style="rounded=1;arcSize=20;whiteSpace=wrap;html=1;fillColor=#B79ADB;strokeColor=#7762B0;strokeWidth=1;fontFamily=Comic Sans MS;" value="" vertex="1">
          <mxGeometry height="22" width="19" x="1248" y="408" as="geometry" />
        </mxCell>
        <mxCell id="v127" parent="1" style="shape=line;strokeColor=#8B75D4;strokeWidth=1;dashed=1;dashPattern=6 4;fontFamily=Comic Sans MS;" value="" vertex="1">
          <mxGeometry height="1" width="620" x="685" y="476" as="geometry" />
        </mxCell>
        <mxCell id="v128" parent="1" style="text;html=1;whiteSpace=wrap;align=center;verticalAlign=middle;fontFamily=Comic Sans MS;fontSize=19;fontColor=#222222;fontStyle=0;spacing=0;" value="&lt;span style=&quot;color: light-dark(rgb(110, 79, 197), rgb(237, 237, 237));&quot;&gt;解耦出语言特征，降低声学建模复杂度，缓解文本到声学映射困难&lt;/span&gt;" vertex="1">
          <mxGeometry height="30" width="575" x="707" y="485" as="geometry" />
        </mxCell>
        <mxCell id="v129" parent="1" style="rounded=1;arcSize=8;whiteSpace=wrap;html=1;fillColor=#F7FAFF;strokeColor=#9DB8E7;strokeWidth=1.5;fontFamily=Comic Sans MS;" value="" vertex="1">
          <mxGeometry height="138" width="105" x="677" y="632" as="geometry" />
        </mxCell>
        <mxCell id="v130" parent="1" style="text;html=1;whiteSpace=wrap;align=center;verticalAlign=middle;fontFamily=Comic Sans MS;fontSize=15;fontColor=#111111;fontStyle=0;spacing=0;" value="参考语音" vertex="1">
          <mxGeometry height="42" width="95" x="682" y="640" as="geometry" />
        </mxCell>
        <mxCell id="v131" parent="1" style="rounded=1;arcSize=8;whiteSpace=wrap;html=1;fillColor=#F7FAFF;strokeColor=#9DB8E7;strokeWidth=1.5;fontFamily=Comic Sans MS;" value="" vertex="1">
          <mxGeometry height="138" width="105" x="804" y="632" as="geometry" />
        </mxCell>
        <mxCell id="v132" parent="1" style="text;html=1;whiteSpace=wrap;align=center;verticalAlign=middle;fontFamily=Comic Sans MS;fontSize=15;fontColor=#111111;fontStyle=0;spacing=0;" value="wav2vec&lt;br&gt;2.0" vertex="1">
          <mxGeometry height="42" width="95" x="809" y="640" as="geometry" />
        </mxCell>
        <mxCell id="v133" parent="1" style="rounded=1;arcSize=8;whiteSpace=wrap;html=1;fillColor=#FCFAFF;strokeColor=#C5B4EC;strokeWidth=1.5;fontFamily=Comic Sans MS;" value="" vertex="1">
          <mxGeometry height="138" width="105" x="931" y="632" as="geometry" />
        </mxCell>
        <mxCell id="v134" parent="1" style="text;html=1;whiteSpace=wrap;align=center;verticalAlign=middle;fontFamily=Comic Sans MS;fontSize=15;fontColor=#111111;fontStyle=0;spacing=0;" value="任务掩码" vertex="1">
          <mxGeometry height="42" width="95" x="936" y="640" as="geometry" />
        </mxCell>
        <mxCell id="v135" parent="1" style="rounded=1;arcSize=8;whiteSpace=wrap;html=1;fillColor=#FFF9E9;strokeColor=#E5C976;strokeWidth=1.5;fontFamily=Comic Sans MS;" value="" vertex="1">
          <mxGeometry height="138" width="105" x="1058" y="632" as="geometry" />
        </mxCell>
        <mxCell id="v136" parent="1" style="text;html=1;whiteSpace=wrap;align=center;verticalAlign=middle;fontFamily=Comic Sans MS;fontSize=15;fontColor=#111111;fontStyle=0;spacing=0;" value="Emotion&lt;br&gt;Attention" vertex="1">
          <mxGeometry height="42" width="95" x="1063" y="640" as="geometry" />
        </mxCell>
        <mxCell id="v137" parent="1" style="rounded=1;arcSize=8;whiteSpace=wrap;html=1;fillColor=#F7FCF8;strokeColor=#AACDAE;strokeWidth=1.5;fontFamily=Comic Sans MS;" value="" vertex="1">
          <mxGeometry height="138" width="105" x="1185" y="632" as="geometry" />
        </mxCell>
        <mxCell id="v138" parent="1" style="text;html=1;whiteSpace=wrap;align=center;verticalAlign=middle;fontFamily=Comic Sans MS;fontSize=15;fontColor=#111111;fontStyle=0;spacing=0;" value="情感条件&lt;br&gt;特征" vertex="1">
          <mxGeometry height="42" width="95" x="1190" y="640" as="geometry" />
        </mxCell>
        <mxCell id="e139" edge="1" parent="1" source="v129" style="edgeStyle=orthogonalEdgeStyle;rounded=0;html=1;strokeColor=#111111;strokeWidth=2;endArrow=block;endFill=1;fontFamily=Comic Sans MS;" target="v131" value="">
          <mxGeometry relative="1" as="geometry" />
        </mxCell>
        <mxCell id="e140" edge="1" parent="1" source="v131" style="edgeStyle=orthogonalEdgeStyle;rounded=0;html=1;strokeColor=#111111;strokeWidth=2;endArrow=block;endFill=1;fontFamily=Comic Sans MS;" target="v133" value="">
          <mxGeometry relative="1" as="geometry" />
        </mxCell>
        <mxCell id="e141" edge="1" parent="1" source="v133" style="edgeStyle=orthogonalEdgeStyle;rounded=0;html=1;strokeColor=#111111;strokeWidth=2;endArrow=block;endFill=1;fontFamily=Comic Sans MS;" target="v135" value="">
          <mxGeometry relative="1" as="geometry" />
        </mxCell>
        <mxCell id="e142" edge="1" parent="1" source="v135" style="edgeStyle=orthogonalEdgeStyle;rounded=0;html=1;strokeColor=#111111;strokeWidth=2;endArrow=block;endFill=1;fontFamily=Comic Sans MS;" target="v137" value="">
          <mxGeometry relative="1" as="geometry" />
        </mxCell>
        <mxCell id="e143" edge="1" parent="1" style="edgeStyle=none;html=1;strokeColor=#3D75CC;strokeWidth=2;endArrow=none;" value="">
          <mxGeometry relative="1" as="geometry">
            <Array as="points">
              <mxPoint x="687" y="731" />
              <mxPoint x="692" y="731" />
            </Array>
          </mxGeometry>
        </mxCell>
        <mxCell id="e144" edge="1" parent="1" style="edgeStyle=none;html=1;strokeColor=#3D75CC;strokeWidth=2;endArrow=none;" value="">
          <mxGeometry relative="1" as="geometry">
            <Array as="points">
              <mxPoint x="692" y="731" />
              <mxPoint x="696" y="724" />
            </Array>
          </mxGeometry>
        </mxCell>
        <mxCell id="e145" edge="1" parent="1" style="edgeStyle=none;html=1;strokeColor=#3D75CC;strokeWidth=2;endArrow=none;" value="">
          <mxGeometry relative="1" as="geometry">
            <Array as="points">
              <mxPoint x="696" y="724" />
              <mxPoint x="700" y="741" />
            </Array>
          </mxGeometry>
        </mxCell>
        <mxCell id="e146" edge="1" parent="1" style="edgeStyle=none;html=1;strokeColor=#3D75CC;strokeWidth=2;endArrow=none;" value="">
          <mxGeometry relative="1" as="geometry">
            <Array as="points">
              <mxPoint x="700" y="741" />
              <mxPoint x="704" y="713" />
            </Array>
          </mxGeometry>
        </mxCell>
        <mxCell id="e147" edge="1" parent="1" style="edgeStyle=none;html=1;strokeColor=#3D75CC;strokeWidth=2;endArrow=none;" value="">
          <mxGeometry relative="1" as="geometry">
            <Array as="points">
              <mxPoint x="704" y="713" />
              <mxPoint x="708" y="748" />
            </Array>
          </mxGeometry>
        </mxCell>
        <mxCell id="e148" edge="1" parent="1" style="edgeStyle=none;html=1;strokeColor=#3D75CC;strokeWidth=2;endArrow=none;" value="">
          <mxGeometry relative="1" as="geometry">
            <Array as="points">
              <mxPoint x="708" y="748" />
              <mxPoint x="712" y="722" />
            </Array>
          </mxGeometry>
        </mxCell>
        <mxCell id="e149" edge="1" parent="1" style="edgeStyle=none;html=1;strokeColor=#3D75CC;strokeWidth=2;endArrow=none;" value="">
          <mxGeometry relative="1" as="geometry">
            <Array as="points">
              <mxPoint x="712" y="722" />
              <mxPoint x="716" y="739" />
            </Array>
          </mxGeometry>
        </mxCell>
        <mxCell id="e150" edge="1" parent="1" style="edgeStyle=none;html=1;strokeColor=#3D75CC;strokeWidth=2;endArrow=none;" value="">
          <mxGeometry relative="1" as="geometry">
            <Array as="points">
              <mxPoint x="716" y="739" />
              <mxPoint x="720" y="715" />
            </Array>
          </mxGeometry>
        </mxCell>
        <mxCell id="e151" edge="1" parent="1" style="edgeStyle=none;html=1;strokeColor=#3D75CC;strokeWidth=2;endArrow=none;" value="">
          <mxGeometry relative="1" as="geometry">
            <Array as="points">
              <mxPoint x="720" y="715" />
              <mxPoint x="724" y="747" />
            </Array>
          </mxGeometry>
        </mxCell>
        <mxCell id="e152" edge="1" parent="1" style="edgeStyle=none;html=1;strokeColor=#3D75CC;strokeWidth=2;endArrow=none;" value="">
          <mxGeometry relative="1" as="geometry">
            <Array as="points">
              <mxPoint x="724" y="747" />
              <mxPoint x="728" y="727" />
            </Array>
          </mxGeometry>
        </mxCell>
        <mxCell id="e153" edge="1" parent="1" style="edgeStyle=none;html=1;strokeColor=#3D75CC;strokeWidth=2;endArrow=none;" value="">
          <mxGeometry relative="1" as="geometry">
            <Array as="points">
              <mxPoint x="728" y="727" />
              <mxPoint x="732" y="734" />
            </Array>
          </mxGeometry>
        </mxCell>
        <mxCell id="e154" edge="1" parent="1" style="edgeStyle=none;html=1;strokeColor=#3D75CC;strokeWidth=2;endArrow=none;" value="">
          <mxGeometry relative="1" as="geometry">
            <Array as="points">
              <mxPoint x="732" y="734" />
              <mxPoint x="736" y="720" />
            </Array>
          </mxGeometry>
        </mxCell>
        <mxCell id="e155" edge="1" parent="1" style="edgeStyle=none;html=1;strokeColor=#3D75CC;strokeWidth=2;endArrow=none;" value="">
          <mxGeometry relative="1" as="geometry">
            <Array as="points">
              <mxPoint x="736" y="720" />
              <mxPoint x="740" y="744" />
            </Array>
          </mxGeometry>
        </mxCell>
        <mxCell id="e156" edge="1" parent="1" style="edgeStyle=none;html=1;strokeColor=#3D75CC;strokeWidth=2;endArrow=none;" value="">
          <mxGeometry relative="1" as="geometry">
            <Array as="points">
              <mxPoint x="740" y="744" />
              <mxPoint x="744" y="725" />
            </Array>
          </mxGeometry>
        </mxCell>
        <mxCell id="e157" edge="1" parent="1" style="edgeStyle=none;html=1;strokeColor=#3D75CC;strokeWidth=2;endArrow=none;" value="">
          <mxGeometry relative="1" as="geometry">
            <Array as="points">
              <mxPoint x="744" y="725" />
              <mxPoint x="748" y="735" />
            </Array>
          </mxGeometry>
        </mxCell>
        <mxCell id="e158" edge="1" parent="1" style="edgeStyle=none;html=1;strokeColor=#3D75CC;strokeWidth=2;endArrow=none;" value="">
          <mxGeometry relative="1" as="geometry">
            <Array as="points">
              <mxPoint x="748" y="735" />
              <mxPoint x="754" y="731" />
            </Array>
          </mxGeometry>
        </mxCell>
        <mxCell id="e159" edge="1" parent="1" style="edgeStyle=none;html=1;strokeColor=#3D75CC;strokeWidth=2;endArrow=none;" value="">
          <mxGeometry relative="1" as="geometry">
            <Array as="points">
              <mxPoint x="754" y="731" />
              <mxPoint x="763" y="731" />
            </Array>
          </mxGeometry>
        </mxCell>
        <mxCell id="v160" parent="1" style="ellipse;whiteSpace=wrap;html=1;fillColor=#8AB3EA;strokeColor=#466392;strokeWidth=1;fontFamily=Comic Sans MS;" value="" vertex="1">
          <mxGeometry height="10" width="10" x="821" y="713" as="geometry" />
        </mxCell>
        <mxCell id="v161" parent="1" style="ellipse;whiteSpace=wrap;html=1;fillColor=#8AB3EA;strokeColor=#466392;strokeWidth=1;fontFamily=Comic Sans MS;" value="" vertex="1">
          <mxGeometry height="10" width="10" x="821" y="736" as="geometry" />
        </mxCell>
        <mxCell id="v162" parent="1" style="ellipse;whiteSpace=wrap;html=1;fillColor=#8AB3EA;strokeColor=#466392;strokeWidth=1;fontFamily=Comic Sans MS;" value="" vertex="1">
          <mxGeometry height="10" width="10" x="844" y="701" as="geometry" />
        </mxCell>
        <mxCell id="v163" parent="1" style="ellipse;whiteSpace=wrap;html=1;fillColor=#8AB3EA;strokeColor=#466392;strokeWidth=1;fontFamily=Comic Sans MS;" value="" vertex="1">
          <mxGeometry height="10" width="10" x="844" y="724" as="geometry" />
        </mxCell>
        <mxCell id="v164" parent="1" style="ellipse;whiteSpace=wrap;html=1;fillColor=#8AB3EA;strokeColor=#466392;strokeWidth=1;fontFamily=Comic Sans MS;" value="" vertex="1">
          <mxGeometry height="10" width="10" x="844" y="747" as="geometry" />
        </mxCell>
        <mxCell id="v165" parent="1" style="ellipse;whiteSpace=wrap;html=1;fillColor=#8AB3EA;strokeColor=#466392;strokeWidth=1;fontFamily=Comic Sans MS;" value="" vertex="1">
          <mxGeometry height="10" width="10" x="867" y="713" as="geometry" />
        </mxCell>
        <mxCell id="v166" parent="1" style="ellipse;whiteSpace=wrap;html=1;fillColor=#8AB3EA;strokeColor=#466392;strokeWidth=1;fontFamily=Comic Sans MS;" value="" vertex="1">
          <mxGeometry height="10" width="10" x="867" y="736" as="geometry" />
        </mxCell>
        <mxCell id="e167" edge="1" parent="1" source="v160" style="edgeStyle=none;html=1;strokeColor=#49648A;strokeWidth=1;endArrow=none;fontFamily=Comic Sans MS;" target="v162" value="">
          <mxGeometry relative="1" as="geometry" />
        </mxCell>
        <mxCell id="e168" edge="1" parent="1" source="v160" style="edgeStyle=none;html=1;strokeColor=#49648A;strokeWidth=1;endArrow=none;fontFamily=Comic Sans MS;" target="v163" value="">
          <mxGeometry relative="1" as="geometry" />
        </mxCell>
        <mxCell id="e169" edge="1" parent="1" source="v160" style="edgeStyle=none;html=1;strokeColor=#49648A;strokeWidth=1;endArrow=none;fontFamily=Comic Sans MS;" target="v164" value="">
          <mxGeometry relative="1" as="geometry" />
        </mxCell>
        <mxCell id="e170" edge="1" parent="1" source="v161" style="edgeStyle=none;html=1;strokeColor=#49648A;strokeWidth=1;endArrow=none;fontFamily=Comic Sans MS;" target="v162" value="">
          <mxGeometry relative="1" as="geometry" />
        </mxCell>
        <mxCell id="e171" edge="1" parent="1" source="v161" style="edgeStyle=none;html=1;strokeColor=#49648A;strokeWidth=1;endArrow=none;fontFamily=Comic Sans MS;" target="v163" value="">
          <mxGeometry relative="1" as="geometry" />
        </mxCell>
        <mxCell id="e172" edge="1" parent="1" source="v161" style="edgeStyle=none;html=1;strokeColor=#49648A;strokeWidth=1;endArrow=none;fontFamily=Comic Sans MS;" target="v164" value="">
          <mxGeometry relative="1" as="geometry" />
        </mxCell>
        <mxCell id="e173" edge="1" parent="1" source="v162" style="edgeStyle=none;html=1;strokeColor=#49648A;strokeWidth=1;endArrow=none;fontFamily=Comic Sans MS;" target="v165" value="">
          <mxGeometry relative="1" as="geometry" />
        </mxCell>
        <mxCell id="e174" edge="1" parent="1" source="v162" style="edgeStyle=none;html=1;strokeColor=#49648A;strokeWidth=1;endArrow=none;fontFamily=Comic Sans MS;" target="v166" value="">
          <mxGeometry relative="1" as="geometry" />
        </mxCell>
        <mxCell id="e175" edge="1" parent="1" source="v163" style="edgeStyle=none;html=1;strokeColor=#49648A;strokeWidth=1;endArrow=none;fontFamily=Comic Sans MS;" target="v165" value="">
          <mxGeometry relative="1" as="geometry" />
        </mxCell>
        <mxCell id="e176" edge="1" parent="1" source="v163" style="edgeStyle=none;html=1;strokeColor=#49648A;strokeWidth=1;endArrow=none;fontFamily=Comic Sans MS;" target="v166" value="">
          <mxGeometry relative="1" as="geometry" />
        </mxCell>
        <mxCell id="e177" edge="1" parent="1" source="v164" style="edgeStyle=none;html=1;strokeColor=#49648A;strokeWidth=1;endArrow=none;fontFamily=Comic Sans MS;" target="v165" value="">
          <mxGeometry relative="1" as="geometry" />
        </mxCell>
        <mxCell id="e178" edge="1" parent="1" source="v164" style="edgeStyle=none;html=1;strokeColor=#49648A;strokeWidth=1;endArrow=none;fontFamily=Comic Sans MS;" target="v166" value="">
          <mxGeometry relative="1" as="geometry" />
        </mxCell>
        <mxCell id="v195" parent="1" style="shape=rect;fillColor=#FFFFFF;strokeColor=#333333;strokeWidth=1;fontFamily=Comic Sans MS;" value="" vertex="1">
          <mxGeometry height="12" width="12" x="1070" y="704" as="geometry" />
        </mxCell>
        <mxCell id="v196" parent="1" style="shape=rect;fillColor=#8F6BCF;strokeColor=#513B96;strokeWidth=1;fontFamily=Comic Sans MS;" value="" vertex="1">
          <mxGeometry height="16" width="16" x="1068" y="742" as="geometry" />
        </mxCell>
        <mxCell id="v197" parent="1" style="shape=rect;fillColor=#FFFFFF;strokeColor=#333333;strokeWidth=1;fontFamily=Comic Sans MS;" value="" vertex="1">
          <mxGeometry height="12" width="12" x="1088" y="704" as="geometry" />
        </mxCell>
        <mxCell id="v198" parent="1" style="shape=rect;fillColor=#8F6BCF;strokeColor=#513B96;strokeWidth=1;fontFamily=Comic Sans MS;" value="" vertex="1">
          <mxGeometry height="16" width="16" x="1088" y="742" as="geometry" />
        </mxCell>
        <mxCell id="v199" parent="1" style="shape=rect;fillColor=#FFFFFF;strokeColor=#333333;strokeWidth=1;fontFamily=Comic Sans MS;" value="" vertex="1">
          <mxGeometry height="12" width="12" x="1106" y="704" as="geometry" />
        </mxCell>
        <mxCell id="v200" parent="1" style="shape=rect;fillColor=#8F6BCF;strokeColor=#513B96;strokeWidth=1;fontFamily=Comic Sans MS;" value="" vertex="1">
          <mxGeometry height="16" width="16" x="1108" y="742" as="geometry" />
        </mxCell>
        <mxCell id="v201" parent="1" style="shape=rect;fillColor=#FFFFFF;strokeColor=#333333;strokeWidth=1;fontFamily=Comic Sans MS;" value="" vertex="1">
          <mxGeometry height="12" width="12" x="1124" y="704" as="geometry" />
        </mxCell>
        <mxCell id="v202" parent="1" style="shape=rect;fillColor=#8F6BCF;strokeColor=#513B96;strokeWidth=1;fontFamily=Comic Sans MS;" value="" vertex="1">
          <mxGeometry height="16" width="16" x="1128" y="742" as="geometry" />
        </mxCell>
        <mxCell id="v203" parent="1" style="shape=rect;fillColor=#FFFFFF;strokeColor=#333333;strokeWidth=1;fontFamily=Comic Sans MS;" value="" vertex="1">
          <mxGeometry height="12" width="12" x="1142" y="704" as="geometry" />
        </mxCell>
        <mxCell id="v204" parent="1" style="shape=rect;fillColor=#8F6BCF;strokeColor=#513B96;strokeWidth=1;fontFamily=Comic Sans MS;" value="" vertex="1">
          <mxGeometry height="16" width="16" x="1148" y="742" as="geometry" />
        </mxCell>
        <mxCell id="e205" edge="1" parent="1" source="v195" style="edgeStyle=none;html=1;strokeColor=#555555;strokeWidth=1;endArrow=none;fontFamily=Comic Sans MS;" target="v196" value="">
          <mxGeometry relative="1" as="geometry" />
        </mxCell>
        <mxCell id="e206" edge="1" parent="1" source="v195" style="edgeStyle=none;html=1;strokeColor=#555555;strokeWidth=1;endArrow=none;fontFamily=Comic Sans MS;" target="v198" value="">
          <mxGeometry relative="1" as="geometry" />
        </mxCell>
        <mxCell id="e207" edge="1" parent="1" source="v197" style="edgeStyle=none;html=1;strokeColor=#555555;strokeWidth=1;endArrow=none;fontFamily=Comic Sans MS;" target="v196" value="">
          <mxGeometry relative="1" as="geometry" />
        </mxCell>
        <mxCell id="e208" edge="1" parent="1" source="v197" style="edgeStyle=none;html=1;strokeColor=#555555;strokeWidth=1;endArrow=none;fontFamily=Comic Sans MS;" target="v198" value="">
          <mxGeometry relative="1" as="geometry" />
        </mxCell>
        <mxCell id="e209" edge="1" parent="1" source="v197" style="edgeStyle=none;html=1;strokeColor=#555555;strokeWidth=1;endArrow=none;fontFamily=Comic Sans MS;" target="v200" value="">
          <mxGeometry relative="1" as="geometry" />
        </mxCell>
        <mxCell id="e210" edge="1" parent="1" source="v199" style="edgeStyle=none;html=1;strokeColor=#555555;strokeWidth=1;endArrow=none;fontFamily=Comic Sans MS;" target="v198" value="">
          <mxGeometry relative="1" as="geometry" />
        </mxCell>
        <mxCell id="e211" edge="1" parent="1" source="v199" style="edgeStyle=none;html=1;strokeColor=#555555;strokeWidth=1;endArrow=none;fontFamily=Comic Sans MS;" target="v200" value="">
          <mxGeometry relative="1" as="geometry" />
        </mxCell>
        <mxCell id="e212" edge="1" parent="1" source="v199" style="edgeStyle=none;html=1;strokeColor=#555555;strokeWidth=1;endArrow=none;fontFamily=Comic Sans MS;" target="v202" value="">
          <mxGeometry relative="1" as="geometry" />
        </mxCell>
        <mxCell id="e213" edge="1" parent="1" source="v201" style="edgeStyle=none;html=1;strokeColor=#555555;strokeWidth=1;endArrow=none;fontFamily=Comic Sans MS;" target="v200" value="">
          <mxGeometry relative="1" as="geometry" />
        </mxCell>
        <mxCell id="e214" edge="1" parent="1" source="v201" style="edgeStyle=none;html=1;strokeColor=#555555;strokeWidth=1;endArrow=none;fontFamily=Comic Sans MS;" target="v202" value="">
          <mxGeometry relative="1" as="geometry" />
        </mxCell>
        <mxCell id="e215" edge="1" parent="1" source="v201" style="edgeStyle=none;html=1;strokeColor=#555555;strokeWidth=1;endArrow=none;fontFamily=Comic Sans MS;" target="v204" value="">
          <mxGeometry relative="1" as="geometry" />
        </mxCell>
        <mxCell id="e216" edge="1" parent="1" source="v203" style="edgeStyle=none;html=1;strokeColor=#555555;strokeWidth=1;endArrow=none;fontFamily=Comic Sans MS;" target="v202" value="">
          <mxGeometry relative="1" as="geometry" />
        </mxCell>
        <mxCell id="e217" edge="1" parent="1" source="v203" style="edgeStyle=none;html=1;strokeColor=#555555;strokeWidth=1;endArrow=none;fontFamily=Comic Sans MS;" target="v204" value="">
          <mxGeometry relative="1" as="geometry" />
        </mxCell>
        <mxCell id="v218" parent="1" style="shape=rect;fillColor=#8B6AC7;gradientColor=#C6B4E7;gradientDirection=north;strokeColor=#6E55A9;strokeWidth=1;fontFamily=Comic Sans MS;" value="" vertex="1">
          <mxGeometry height="34" width="16" x="1198" y="714" as="geometry" />
        </mxCell>
        <mxCell id="v219" parent="1" style="shape=rect;fillColor=#8B6AC7;gradientColor=#C6B4E7;gradientDirection=north;strokeColor=#6E55A9;strokeWidth=1;fontFamily=Comic Sans MS;" value="" vertex="1">
          <mxGeometry height="42" width="16" x="1220" y="706" as="geometry" />
        </mxCell>
        <mxCell id="v220" parent="1" style="shape=rect;fillColor=#8B6AC7;gradientColor=#C6B4E7;gradientDirection=north;strokeColor=#6E55A9;strokeWidth=1;fontFamily=Comic Sans MS;" value="" vertex="1">
          <mxGeometry height="38" width="16" x="1242" y="710" as="geometry" />
        </mxCell>
        <mxCell id="v221" parent="1" style="shape=rect;fillColor=#8B6AC7;gradientColor=#C6B4E7;gradientDirection=north;strokeColor=#6E55A9;strokeWidth=1;fontFamily=Comic Sans MS;" value="" vertex="1">
          <mxGeometry height="31" width="16" x="1264" y="717" as="geometry" />
        </mxCell>
        <mxCell id="v222" parent="1" style="text;html=1;whiteSpace=wrap;align=center;verticalAlign=middle;fontFamily=Comic Sans MS;fontSize=18;fontColor=#333333;fontStyle=1;spacing=0;" value="⋯" vertex="1">
          <mxGeometry height="20" width="12" x="1276" y="715" as="geometry" />
        </mxCell>
        <mxCell id="v223" parent="1" style="shape=line;strokeColor=#8B75D4;strokeWidth=1;dashed=1;dashPattern=6 4;fontFamily=Comic Sans MS;" value="" vertex="1">
          <mxGeometry height="1" width="620" x="685" y="786" as="geometry" />
        </mxCell>
        <mxCell id="v224" parent="1" style="text;html=1;whiteSpace=wrap;align=center;verticalAlign=middle;fontFamily=Comic Sans MS;fontSize=19;fontColor=#222222;fontStyle=0;spacing=0;" value="&lt;span style=&quot;color: rgb(110, 79, 197);&quot;&gt;解耦出情感特征，&lt;/span&gt;&lt;span style=&quot;color: light-dark(rgb(110, 79, 197), rgb(237, 237, 237));&quot;&gt;削弱非情感因素干扰&lt;/span&gt;" vertex="1">
          <mxGeometry height="30" width="580" x="705" y="795" as="geometry" />
        </mxCell>
        <mxCell id="e225" edge="1" parent="1" style="edgeStyle=orthogonalEdgeStyle;rounded=0;html=1;strokeColor=#5D43B3;strokeWidth=4;endArrow=none;" value="">
          <mxGeometry relative="1" as="geometry">
            <Array as="points">
              <mxPoint x="1322" y="378" />
              <mxPoint x="1355" y="378" />
              <mxPoint x="1355" y="519" />
            </Array>
          </mxGeometry>
        </mxCell>
        <mxCell id="e226" edge="1" parent="1" style="edgeStyle=orthogonalEdgeStyle;rounded=0;html=1;strokeColor=#5D43B3;strokeWidth=4;endArrow=none;" value="">
          <mxGeometry relative="1" as="geometry">
            <Array as="points">
              <mxPoint x="1322" y="695" />
              <mxPoint x="1355" y="695" />
              <mxPoint x="1355" y="519" />
            </Array>
          </mxGeometry>
        </mxCell>
        <mxCell id="e227" edge="1" parent="1" style="edgeStyle=orthogonalEdgeStyle;rounded=0;html=1;strokeColor=#5D43B3;strokeWidth=4;endArrow=block;endFill=1;" value="">
          <mxGeometry relative="1" as="geometry">
            <Array as="points">
              <mxPoint x="1355" y="519" />
              <mxPoint x="1403" y="519" />
            </Array>
          </mxGeometry>
        </mxCell>
        <mxCell id="v228" parent="1" style="ellipse;whiteSpace=wrap;html=1;fillColor=#FFFFFF;strokeColor=#D6C9EE;strokeWidth=5;fontFamily=Comic Sans MS;" value="" vertex="1">
          <mxGeometry height="135" width="135" x="1448" y="328" as="geometry" />
        </mxCell>
        <mxCell id="v229" parent="1" style="ellipse;whiteSpace=wrap;html=1;fillColor=#FFFFFF;strokeColor=#6F54BA;strokeWidth=9;fontFamily=Comic Sans MS;" value="" vertex="1">
          <mxGeometry height="92" width="92" x="1470" y="350" as="geometry" />
        </mxCell>
        <mxCell id="v230" parent="1" style="ellipse;whiteSpace=wrap;html=1;fillColor=#FFFFFF;strokeColor=#D6C9EE;strokeWidth=5;fontFamily=Comic Sans MS;align=center;verticalAlign=middle;fontSize=12;fontColor=default;" value="" vertex="1">
          <mxGeometry height="48" width="48" x="1492" y="372" as="geometry" />
        </mxCell>
        <mxCell id="v231" parent="1" style="ellipse;whiteSpace=wrap;html=1;fillColor=#6F54BA;strokeColor=#6F54BA;strokeWidth=0;fontFamily=Comic Sans MS;" value="" vertex="1">
          <mxGeometry height="16" width="16" x="1508" y="388" as="geometry" />
        </mxCell>
        <mxCell id="v234" parent="1" style="shape=line;strokeColor=#8B75D4;strokeWidth=1;dashed=1;dashPattern=6 4;fontFamily=Comic Sans MS;" value="" vertex="1">
          <mxGeometry height="1" width="180" x="1425" y="522" as="geometry" />
        </mxCell>
-         <mxCell id="v235" parent="1" style="text;html=1;whiteSpace=wrap;align=center;verticalAlign=middle;fontFamily=Comic Sans MS;fontSize=24;fontColor=#5134A6;fontStyle=1;spacing=0;" value="提升合成语音的&lt;br&gt;自然度、&lt;br&gt;情感可控性与&lt;br&gt;声学质量" vertex="1">
+         <mxCell id="v235" parent="1" style="text;html=1;whiteSpace=wrap;align=center;verticalAlign=middle;fontFamily=Comic Sans MS;fontSize=24;fontColor=#5134A6;fontStyle=1;spacing=0;" value="声学预测误差降低，合成语音的情感辨识度提升" vertex="1">
          <mxGeometry height="180" width="170" x="1430" y="555" as="geometry" />
        </mxCell>
        <mxCell id="mLJ6RkBWi0f_F3Ge-QQL-3" connectable="0" parent="1" style="group" value="" vertex="1">
          <mxGeometry height="68" width="80" x="945" y="690" as="geometry" />
        </mxCell>
        <mxCell id="v179" parent="mLJ6RkBWi0f_F3Ge-QQL-3" style="shape=rect;fillColor=#222222;strokeColor=#777777;strokeWidth=1;fontFamily=Comic Sans MS;" value="" vertex="1">
          <mxGeometry height="17" width="20" as="geometry" />
        </mxCell>
        <mxCell id="v180" parent="mLJ6RkBWi0f_F3Ge-QQL-3" style="shape=rect;fillColor=#F4F2F7;strokeColor=#777777;strokeWidth=1;fontFamily=Comic Sans MS;" value="" vertex="1">
          <mxGeometry height="17" width="20" x="20" as="geometry" />
        </mxCell>
        <mxCell id="v181" parent="mLJ6RkBWi0f_F3Ge-QQL-3" style="shape=rect;fillColor=#FFFFFF;strokeColor=#777777;strokeWidth=1;fontFamily=Comic Sans MS;" value="" vertex="1">
          <mxGeometry height="17" width="20" x="40" as="geometry" />
        </mxCell>
        <mxCell id="v182" parent="mLJ6RkBWi0f_F3Ge-QQL-3" style="shape=rect;fillColor=#FFFFFF;strokeColor=#777777;strokeWidth=1;fontFamily=Comic Sans MS;" value="" vertex="1">
          <mxGeometry height="17" width="20" x="60" as="geometry" />
        </mxCell>
        <mxCell id="v183" parent="mLJ6RkBWi0f_F3Ge-QQL-3" style="shape=rect;fillColor=#F6F4F7;strokeColor=#777777;strokeWidth=1;fontFamily=Comic Sans MS;" value="" vertex="1">
          <mxGeometry height="17" width="20" y="17" as="geometry" />
        </mxCell>
        <mxCell id="v184" parent="mLJ6RkBWi0f_F3Ge-QQL-3" style="shape=rect;fillColor=#FFFFFF;strokeColor=#777777;strokeWidth=1;fontFamily=Comic Sans MS;" value="" vertex="1">
          <mxGeometry height="17" width="20" x="20" y="17" as="geometry" />
        </mxCell>
        <mxCell id="v185" parent="mLJ6RkBWi0f_F3Ge-QQL-3" style="shape=rect;fillColor=#ECE8F3;strokeColor=#777777;strokeWidth=1;fontFamily=Comic Sans MS;" value="" vertex="1">
          <mxGeometry height="17" width="20" x="40" y="17" as="geometry" />
        </mxCell>
        <mxCell id="v186" parent="mLJ6RkBWi0f_F3Ge-QQL-3" style="shape=rect;fillColor=#FFFFFF;strokeColor=#777777;strokeWidth=1;fontFamily=Comic Sans MS;" value="" vertex="1">
          <mxGeometry height="17" width="20" x="60" y="17" as="geometry" />
        </mxCell>
        <mxCell id="v187" parent="mLJ6RkBWi0f_F3Ge-QQL-3" style="shape=rect;fillColor=#FFFFFF;strokeColor=#777777;strokeWidth=1;fontFamily=Comic Sans MS;" value="" vertex="1">
          <mxGeometry height="17" width="20" y="34" as="geometry" />
        </mxCell>
        <mxCell id="v188" parent="mLJ6RkBWi0f_F3Ge-QQL-3" style="shape=rect;fillColor=#ECE8F3;strokeColor=#777777;strokeWidth=1;fontFamily=Comic Sans MS;" value="" vertex="1">
          <mxGeometry height="17" width="20" x="20" y="34" as="geometry" />
        </mxCell>
        <mxCell id="v189" parent="mLJ6RkBWi0f_F3Ge-QQL-3" style="shape=rect;fillColor=#FFFFFF;strokeColor=#777777;strokeWidth=1;fontFamily=Comic Sans MS;" value="" vertex="1">
          <mxGeometry height="17" width="20" x="40" y="34" as="geometry" />
        </mxCell>
        <mxCell id="v190" parent="mLJ6RkBWi0f_F3Ge-QQL-3" style="shape=rect;fillColor=#F7F5FA;strokeColor=#777777;strokeWidth=1;fontFamily=Comic Sans MS;" value="" vertex="1">
          <mxGeometry height="17" width="20" x="60" y="34" as="geometry" />
        </mxCell>
        <mxCell id="v191" parent="mLJ6RkBWi0f_F3Ge-QQL-3" style="shape=rect;fillColor=#FFFFFF;strokeColor=#777777;strokeWidth=1;fontFamily=Comic Sans MS;" value="" vertex="1">
          <mxGeometry height="17" width="20" y="51" as="geometry" />
        </mxCell>
        <mxCell id="v192" parent="mLJ6RkBWi0f_F3Ge-QQL-3" style="shape=rect;fillColor=#FFFFFF;strokeColor=#777777;strokeWidth=1;fontFamily=Comic Sans MS;" value="" vertex="1">
          <mxGeometry height="17" width="20" x="20" y="51" as="geometry" />
        </mxCell>
        <mxCell id="v193" parent="mLJ6RkBWi0f_F3Ge-QQL-3" style="shape=rect;fillColor=#F3F0F7;strokeColor=#777777;strokeWidth=1;fontFamily=Comic Sans MS;" value="" vertex="1">
          <mxGeometry height="17" width="20" x="40" y="51" as="geometry" />
        </mxCell>
        <mxCell id="v194" parent="mLJ6RkBWi0f_F3Ge-QQL-3" style="shape=rect;fillColor=#222222;strokeColor=#777777;strokeWidth=1;fontFamily=Comic Sans MS;" value="" vertex="1">
          <mxGeometry height="17" width="20" x="60" y="51" as="geometry" />
        </mxCell>
        <mxCell id="mLJ6RkBWi0f_F3Ge-QQL-5" connectable="0" parent="1" style="group" value="" vertex="1">
          <mxGeometry height="38" width="72" x="694" y="402" as="geometry" />
        </mxCell>
        <mxCell id="v69" parent="mLJ6RkBWi0f_F3Ge-QQL-5" style="shape=rect;rounded=0;fillColor=#CFE4FF;gradientColor=#2D66BA;gradientDirection=east;strokeColor=#8AA8DC;fontFamily=Comic Sans MS;" value="" vertex="1">
          <mxGeometry height="38" width="72" as="geometry" />
        </mxCell>
        <mxCell id="v70" parent="mLJ6RkBWi0f_F3Ge-QQL-5" style="shape=rect;fillColor=#4B79C4;strokeColor=none;fontFamily=Comic Sans MS;" value="" vertex="1">
          <mxGeometry height="18" width="4" x="5" y="16" as="geometry" />
        </mxCell>
        <mxCell id="v71" parent="mLJ6RkBWi0f_F3Ge-QQL-5" style="shape=rect;fillColor=#8FC5F2;strokeColor=none;fontFamily=Comic Sans MS;" value="" vertex="1">
          <mxGeometry height="28" width="4" x="13" y="6" as="geometry" />
        </mxCell>
        <mxCell id="v72" parent="mLJ6RkBWi0f_F3Ge-QQL-5" style="shape=rect;fillColor=#4B79C4;strokeColor=none;fontFamily=Comic Sans MS;" value="" vertex="1">
          <mxGeometry height="22" width="4" x="21" y="12" as="geometry" />
        </mxCell>
        <mxCell id="v73" parent="mLJ6RkBWi0f_F3Ge-QQL-5" style="shape=rect;fillColor=#8FC5F2;strokeColor=none;fontFamily=Comic Sans MS;" value="" vertex="1">
          <mxGeometry height="34" width="4" x="29" as="geometry" />
        </mxCell>
        <mxCell id="v74" parent="mLJ6RkBWi0f_F3Ge-QQL-5" style="shape=rect;fillColor=#4B79C4;strokeColor=none;fontFamily=Comic Sans MS;" value="" vertex="1">
          <mxGeometry height="26" width="4" x="37" y="8" as="geometry" />
        </mxCell>
        <mxCell id="v75" parent="mLJ6RkBWi0f_F3Ge-QQL-5" style="shape=rect;fillColor=#8FC5F2;strokeColor=none;fontFamily=Comic Sans MS;" value="" vertex="1">
          <mxGeometry height="32" width="4" x="45" y="2" as="geometry" />
        </mxCell>
        <mxCell id="v76" parent="mLJ6RkBWi0f_F3Ge-QQL-5" style="shape=rect;fillColor=#4B79C4;strokeColor=none;fontFamily=Comic Sans MS;" value="" vertex="1">
          <mxGeometry height="20" width="4" x="53" y="14" as="geometry" />
        </mxCell>
        <mxCell id="v77" parent="mLJ6RkBWi0f_F3Ge-QQL-5" style="shape=rect;fillColor=#8FC5F2;strokeColor=none;fontFamily=Comic Sans MS;" value="" vertex="1">
          <mxGeometry height="30" width="4" x="61" y="4" as="geometry" />
        </mxCell>
        <mxCell id="mLJ6RkBWi0f_F3Ge-QQL-6" connectable="0" parent="1" style="group" value="" vertex="1">
          <mxGeometry height="38" width="72" x="694" y="709" as="geometry" />
        </mxCell>
        <mxCell id="mLJ6RkBWi0f_F3Ge-QQL-7" parent="mLJ6RkBWi0f_F3Ge-QQL-6" style="shape=rect;rounded=0;fillColor=#CFE4FF;gradientColor=#2D66BA;gradientDirection=east;strokeColor=#8AA8DC;fontFamily=Comic Sans MS;" value="" vertex="1">
          <mxGeometry height="38" width="72" as="geometry" />
        </mxCell>
        <mxCell id="mLJ6RkBWi0f_F3Ge-QQL-8" parent="mLJ6RkBWi0f_F3Ge-QQL-6" style="shape=rect;fillColor=#4B79C4;strokeColor=none;fontFamily=Comic Sans MS;" value="" vertex="1">
          <mxGeometry height="18" width="4" x="5" y="16" as="geometry" />
        </mxCell>
        <mxCell id="mLJ6RkBWi0f_F3Ge-QQL-9" parent="mLJ6RkBWi0f_F3Ge-QQL-6" style="shape=rect;fillColor=#8FC5F2;strokeColor=none;fontFamily=Comic Sans MS;" value="" vertex="1">
          <mxGeometry height="28" width="4" x="13" y="6" as="geometry" />
        </mxCell>
        <mxCell id="mLJ6RkBWi0f_F3Ge-QQL-10" parent="mLJ6RkBWi0f_F3Ge-QQL-6" style="shape=rect;fillColor=#4B79C4;strokeColor=none;fontFamily=Comic Sans MS;" value="" vertex="1">
          <mxGeometry height="22" width="4" x="21" y="12" as="geometry" />
        </mxCell>
        <mxCell id="mLJ6RkBWi0f_F3Ge-QQL-11" parent="mLJ6RkBWi0f_F3Ge-QQL-6" style="shape=rect;fillColor=#8FC5F2;strokeColor=none;fontFamily=Comic Sans MS;" value="" vertex="1">
          <mxGeometry height="34" width="4" x="29" as="geometry" />
        </mxCell>
        <mxCell id="mLJ6RkBWi0f_F3Ge-QQL-12" parent="mLJ6RkBWi0f_F3Ge-QQL-6" style="shape=rect;fillColor=#4B79C4;strokeColor=none;fontFamily=Comic Sans MS;" value="" vertex="1">
          <mxGeometry height="26" width="4" x="37" y="8" as="geometry" />
        </mxCell>
        <mxCell id="mLJ6RkBWi0f_F3Ge-QQL-13" parent="mLJ6RkBWi0f_F3Ge-QQL-6" style="shape=rect;fillColor=#8FC5F2;strokeColor=none;fontFamily=Comic Sans MS;" value="" vertex="1">
          <mxGeometry height="32" width="4" x="45" y="2" as="geometry" />
        </mxCell>
        <mxCell id="mLJ6RkBWi0f_F3Ge-QQL-14" parent="mLJ6RkBWi0f_F3Ge-QQL-6" style="shape=rect;fillColor=#4B79C4;strokeColor=none;fontFamily=Comic Sans MS;" value="" vertex="1">
          <mxGeometry height="20" width="4" x="53" y="14" as="geometry" />
        </mxCell>
        <mxCell id="mLJ6RkBWi0f_F3Ge-QQL-15" parent="mLJ6RkBWi0f_F3Ge-QQL-6" style="shape=rect;fillColor=#8FC5F2;strokeColor=none;fontFamily=Comic Sans MS;" value="" vertex="1">
          <mxGeometry height="30" width="4" x="61" y="4" as="geometry" />
        </mxCell>
      </root>
    </mxGraphModel>
  </diagram>
</mxfile>
